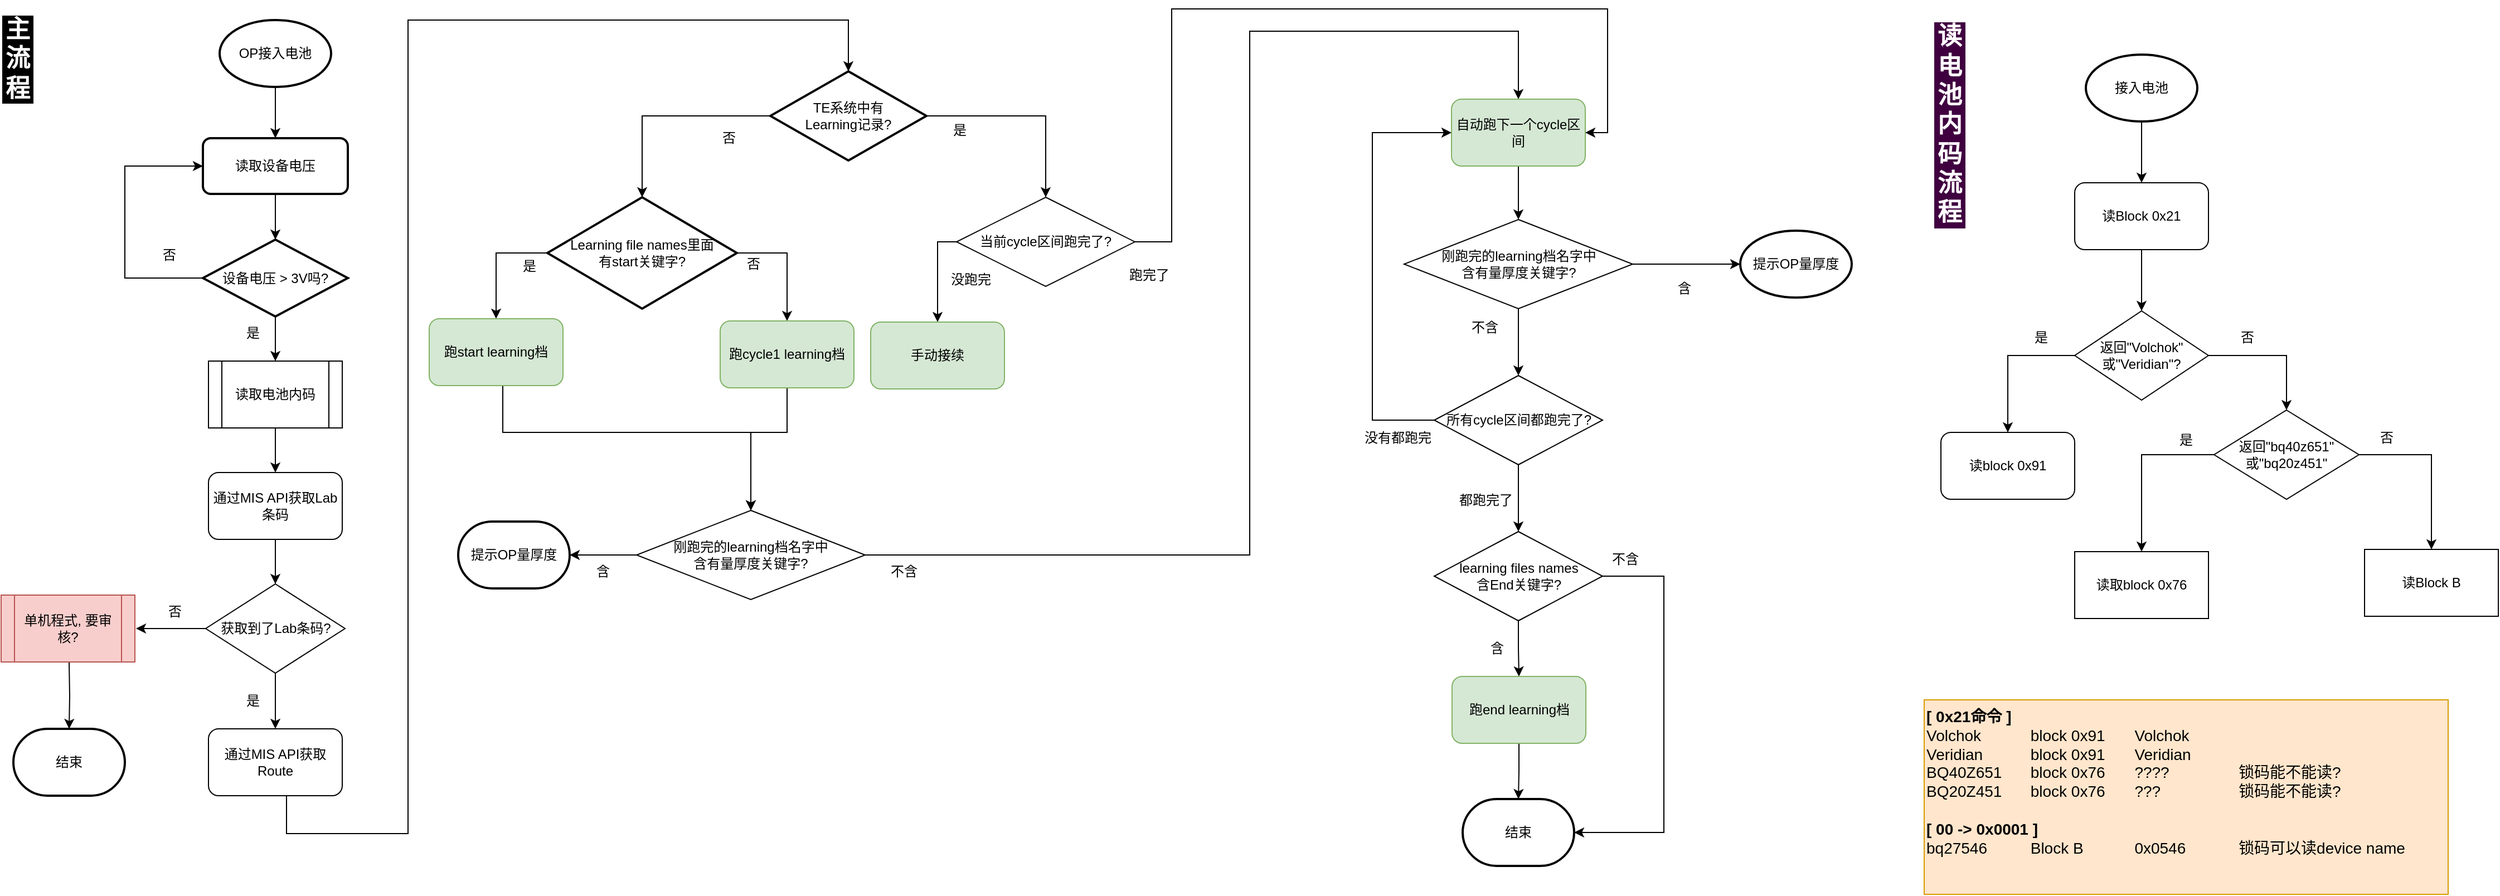
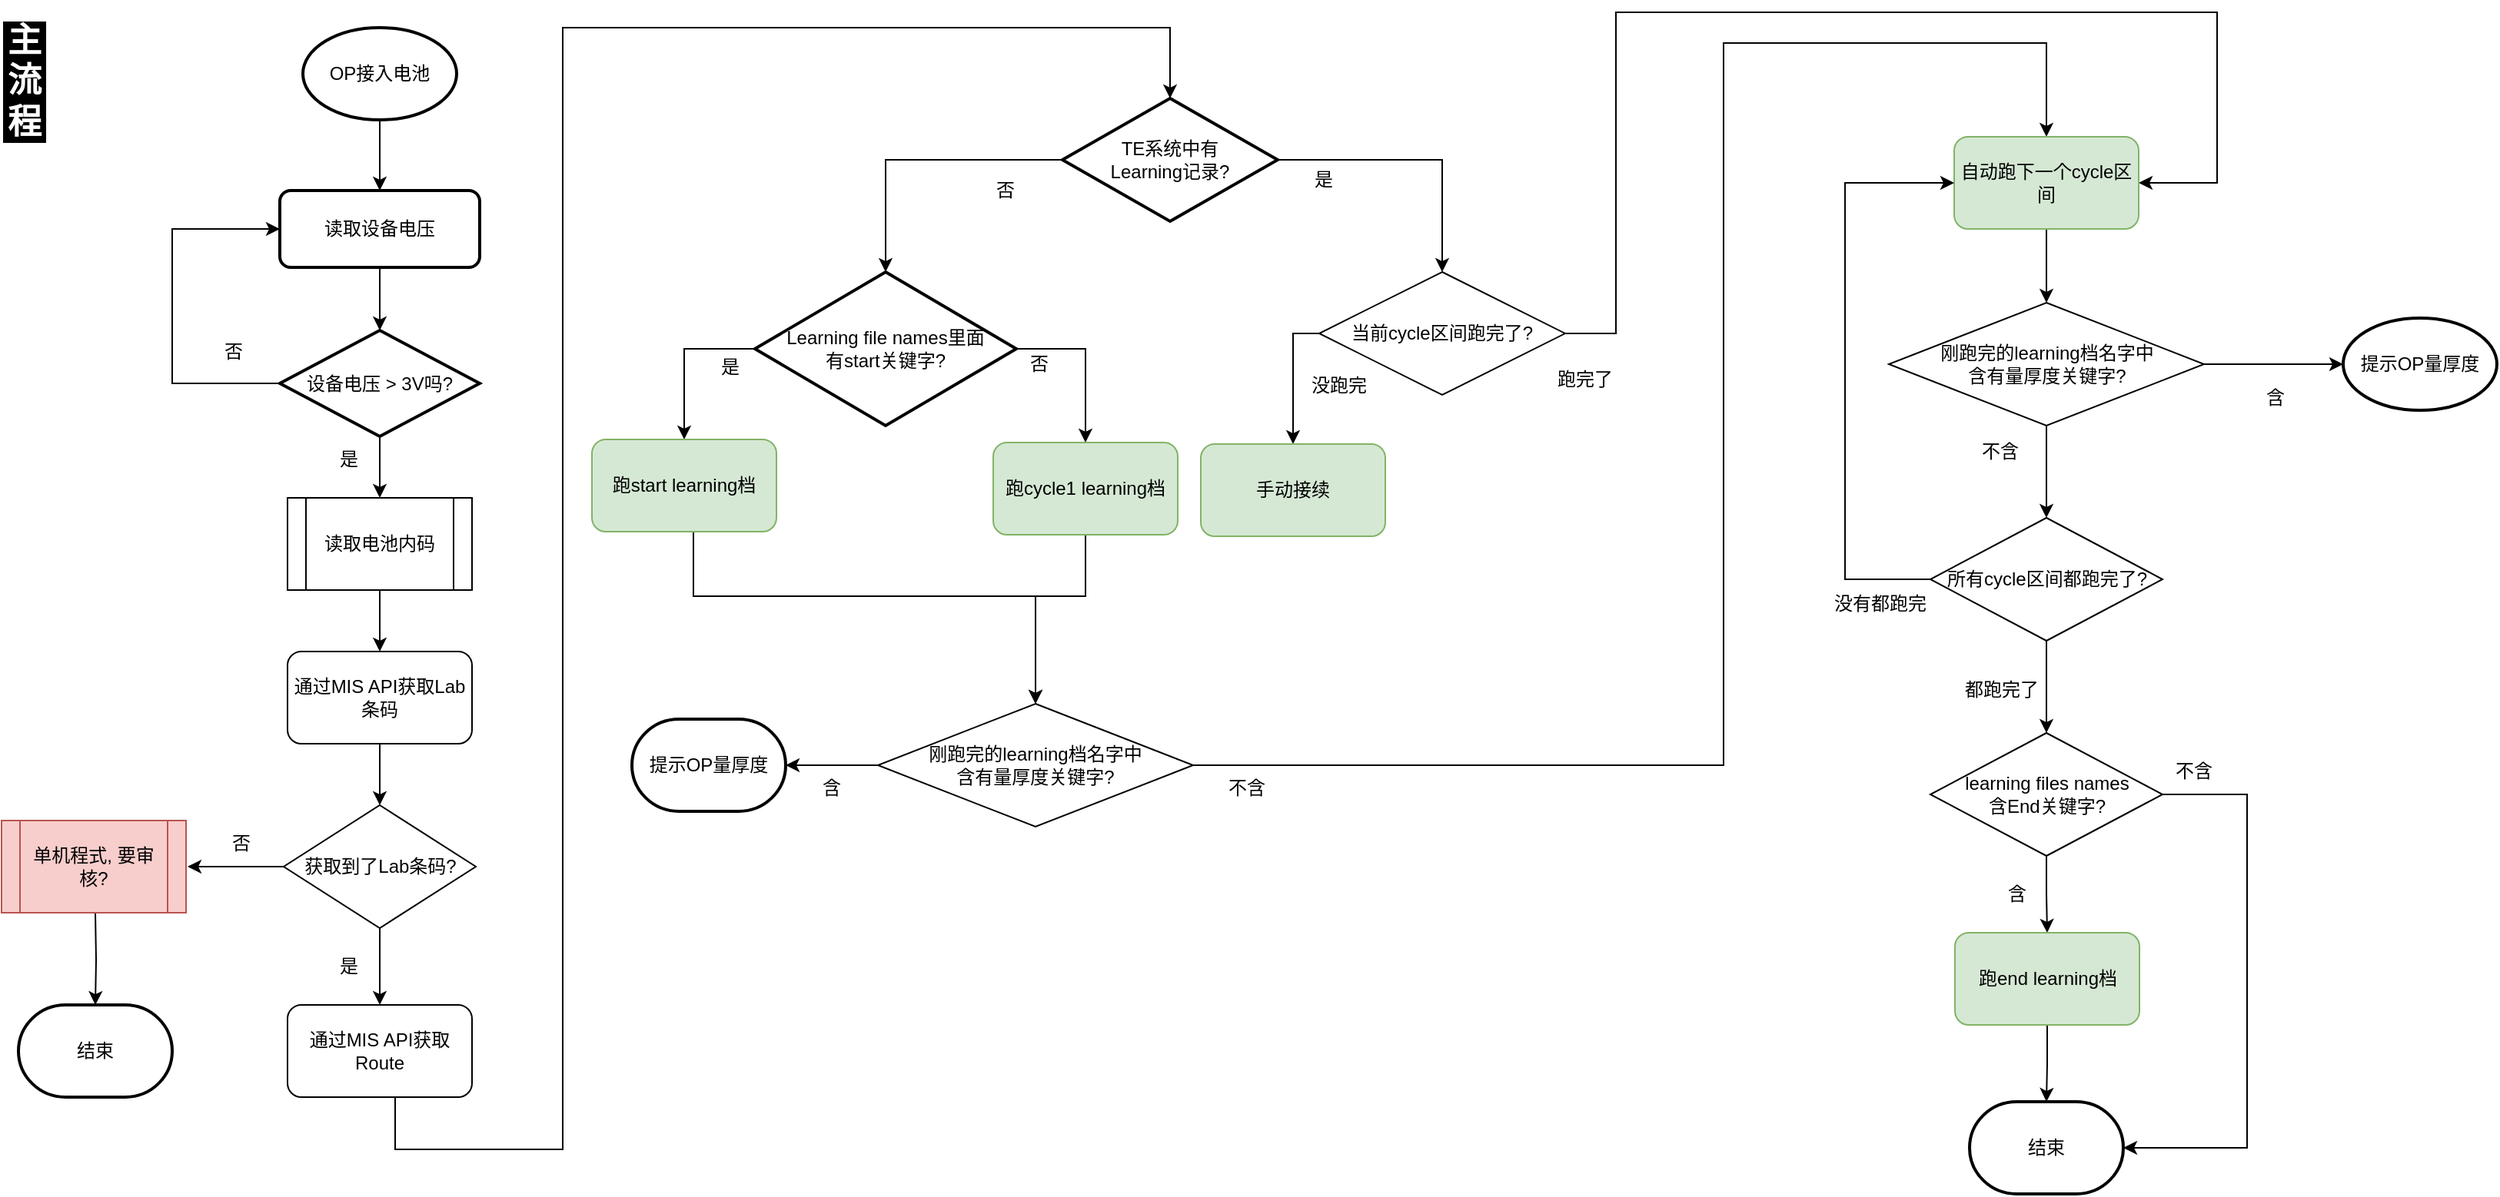
<mxfile host="app.diagrams.net" pages="3">
-   <diagram name="第 1 页" id="3HldnIOuQtLrwHUO-1mN">
-     <mxGraphModel dx="2516" dy="1478" grid="1" gridSize="10" guides="1" tooltips="1" connect="1" arrows="1" fold="1" page="1" pageScale="1" pageWidth="2336" pageHeight="1654" background="#FFFFFF" math="0" shadow="0">
+   <diagram name="主流程" id="3HldnIOuQtLrwHUO-1mN">
+     <mxGraphModel dx="1384" dy="813" grid="1" gridSize="10" guides="1" tooltips="1" connect="1" arrows="1" fold="1" page="1" pageScale="1" pageWidth="1654" pageHeight="1169" background="#FFFFFF" math="0" shadow="0">
      <root>
        <mxCell id="0" />
        <mxCell id="1" parent="0" />
        <mxCell id="qRa3hty1LtdxE0hFs_0w-8" edge="1" parent="1" source="qRa3hty1LtdxE0hFs_0w-4" style="edgeStyle=orthogonalEdgeStyle;rounded=0;orthogonalLoop=1;jettySize=auto;html=1;" target="qRa3hty1LtdxE0hFs_0w-6" value="">
          <mxGeometry relative="1" as="geometry" />
        </mxCell>
        <mxCell id="qRa3hty1LtdxE0hFs_0w-4" parent="1" style="strokeWidth=2;html=1;shape=mxgraph.flowchart.start_1;whiteSpace=wrap;" value="OP接入电池" vertex="1">
          <mxGeometry height="60" width="100" x="216" y="20" as="geometry" />
        </mxCell>
        <mxCell id="qRa3hty1LtdxE0hFs_0w-9" edge="1" parent="1" source="qRa3hty1LtdxE0hFs_0w-6" style="edgeStyle=orthogonalEdgeStyle;rounded=0;orthogonalLoop=1;jettySize=auto;html=1;" target="qRa3hty1LtdxE0hFs_0w-7" value="">
          <mxGeometry relative="1" as="geometry" />
        </mxCell>
        <mxCell id="qRa3hty1LtdxE0hFs_0w-6" parent="1" style="rounded=1;whiteSpace=wrap;html=1;absoluteArcSize=1;arcSize=14;strokeWidth=2;" value="读取设备电压" vertex="1">
          <mxGeometry height="50" width="130" x="201" y="126" as="geometry" />
        </mxCell>
        <mxCell id="qRa3hty1LtdxE0hFs_0w-14" edge="1" parent="1" source="qRa3hty1LtdxE0hFs_0w-7" style="edgeStyle=orthogonalEdgeStyle;rounded=0;orthogonalLoop=1;jettySize=auto;html=1;" target="qRa3hty1LtdxE0hFs_0w-13" value="">
          <mxGeometry relative="1" as="geometry" />
        </mxCell>
        <mxCell id="qRa3hty1LtdxE0hFs_0w-25" edge="1" parent="1" source="qRa3hty1LtdxE0hFs_0w-7" style="edgeStyle=orthogonalEdgeStyle;rounded=0;orthogonalLoop=1;jettySize=auto;html=1;entryX=0;entryY=0.5;entryDx=0;entryDy=0;" target="qRa3hty1LtdxE0hFs_0w-6">
          <mxGeometry relative="1" as="geometry">
            <Array as="points">
              <mxPoint x="131" y="252" />
              <mxPoint x="131" y="151" />
            </Array>
            <mxPoint x="411" y="146" as="targetPoint" />
          </mxGeometry>
        </mxCell>
        <mxCell id="qRa3hty1LtdxE0hFs_0w-7" parent="1" style="strokeWidth=2;html=1;shape=mxgraph.flowchart.decision;whiteSpace=wrap;" value="设备电压 &amp;gt; 3V吗?" vertex="1">
          <mxGeometry height="69" width="130" x="201" y="217" as="geometry" />
        </mxCell>
        <mxCell id="qRa3hty1LtdxE0hFs_0w-11" parent="1" style="text;html=1;whiteSpace=wrap;strokeColor=none;fillColor=none;align=center;verticalAlign=middle;rounded=0;" value="&lt;div&gt;否&lt;/div&gt;" vertex="1">
          <mxGeometry height="30" width="60" x="141" y="216" as="geometry" />
        </mxCell>
        <mxCell id="qRa3hty1LtdxE0hFs_0w-12" parent="1" style="text;html=1;whiteSpace=wrap;strokeColor=none;fillColor=none;align=center;verticalAlign=middle;rounded=0;" value="&lt;div&gt;是&lt;/div&gt;" vertex="1">
          <mxGeometry height="30" width="60" x="216" y="286" as="geometry" />
        </mxCell>
        <mxCell id="qRa3hty1LtdxE0hFs_0w-16" edge="1" parent="1" source="qRa3hty1LtdxE0hFs_0w-13" style="edgeStyle=orthogonalEdgeStyle;rounded=0;orthogonalLoop=1;jettySize=auto;html=1;" target="qRa3hty1LtdxE0hFs_0w-15" value="">
          <mxGeometry relative="1" as="geometry" />
        </mxCell>
        <mxCell id="qRa3hty1LtdxE0hFs_0w-13" parent="1" style="shape=process;whiteSpace=wrap;html=1;backgroundOutline=1;" value="读取电池内码" vertex="1">
          <mxGeometry height="60" width="120" x="206" y="326" as="geometry" />
        </mxCell>
        <mxCell id="qRa3hty1LtdxE0hFs_0w-20" edge="1" parent="1" source="qRa3hty1LtdxE0hFs_0w-15" style="edgeStyle=orthogonalEdgeStyle;rounded=0;orthogonalLoop=1;jettySize=auto;html=1;" target="qRa3hty1LtdxE0hFs_0w-19" value="">
          <mxGeometry relative="1" as="geometry" />
        </mxCell>
        <mxCell id="qRa3hty1LtdxE0hFs_0w-15" parent="1" style="rounded=1;whiteSpace=wrap;html=1;" value="通过MIS API获取Lab条码" vertex="1">
          <mxGeometry height="60" width="120" x="206" y="426" as="geometry" />
        </mxCell>
        <mxCell id="qRa3hty1LtdxE0hFs_0w-31" edge="1" parent="1" style="edgeStyle=orthogonalEdgeStyle;rounded=0;orthogonalLoop=1;jettySize=auto;html=1;entryX=0.5;entryY=0;entryDx=0;entryDy=0;entryPerimeter=0;strokeWidth=1;" target="qRa3hty1LtdxE0hFs_0w-30" value="">
          <mxGeometry relative="1" as="geometry">
            <Array as="points">
              <mxPoint x="276" y="750" />
              <mxPoint x="385" y="750" />
              <mxPoint x="385" y="20" />
              <mxPoint x="780" y="20" />
              <mxPoint x="780" y="59" />
            </Array>
            <mxPoint x="276" y="716" as="sourcePoint" />
            <mxPoint x="793" y="59" as="targetPoint" />
          </mxGeometry>
        </mxCell>
        <mxCell id="qRa3hty1LtdxE0hFs_0w-17" parent="1" style="rounded=1;whiteSpace=wrap;html=1;" value="通过MIS API获取Route" vertex="1">
          <mxGeometry height="60" width="120" x="206" y="656" as="geometry" />
        </mxCell>
        <mxCell id="qRa3hty1LtdxE0hFs_0w-21" edge="1" parent="1" source="qRa3hty1LtdxE0hFs_0w-19" style="edgeStyle=orthogonalEdgeStyle;rounded=0;orthogonalLoop=1;jettySize=auto;html=1;" target="qRa3hty1LtdxE0hFs_0w-17" value="">
          <mxGeometry relative="1" as="geometry" />
        </mxCell>
        <mxCell id="qRa3hty1LtdxE0hFs_0w-27" edge="1" parent="1" source="qRa3hty1LtdxE0hFs_0w-19" style="edgeStyle=orthogonalEdgeStyle;rounded=0;orthogonalLoop=1;jettySize=auto;html=1;" value="">
          <mxGeometry relative="1" as="geometry">
            <mxPoint x="141" y="566" as="targetPoint" />
          </mxGeometry>
        </mxCell>
        <mxCell id="qRa3hty1LtdxE0hFs_0w-19" parent="1" style="rhombus;whiteSpace=wrap;html=1;" value="获取到了Lab条码?" vertex="1">
          <mxGeometry height="80" width="125" x="203.5" y="526" as="geometry" />
        </mxCell>
        <mxCell id="qRa3hty1LtdxE0hFs_0w-22" parent="1" style="text;html=1;whiteSpace=wrap;strokeColor=none;fillColor=none;align=center;verticalAlign=middle;rounded=0;" value="是" vertex="1">
          <mxGeometry height="30" width="60" x="216" y="616" as="geometry" />
        </mxCell>
        <mxCell id="qRa3hty1LtdxE0hFs_0w-29" edge="1" parent="1" style="edgeStyle=orthogonalEdgeStyle;rounded=0;orthogonalLoop=1;jettySize=auto;html=1;" target="qRa3hty1LtdxE0hFs_0w-28" value="">
          <mxGeometry relative="1" as="geometry">
            <mxPoint x="81" y="596" as="sourcePoint" />
          </mxGeometry>
        </mxCell>
        <mxCell id="qRa3hty1LtdxE0hFs_0w-26" parent="1" style="shape=process;whiteSpace=wrap;html=1;backgroundOutline=1;fillColor=#f8cecc;strokeColor=#b85450;" value="单机程式, 要审核?" vertex="1">
          <mxGeometry height="60" width="120" x="20" y="536" as="geometry" />
        </mxCell>
        <mxCell id="qRa3hty1LtdxE0hFs_0w-28" parent="1" style="strokeWidth=2;html=1;shape=mxgraph.flowchart.terminator;whiteSpace=wrap;" value="结束" vertex="1">
          <mxGeometry height="60" width="100" x="31" y="656" as="geometry" />
        </mxCell>
        <mxCell id="qRa3hty1LtdxE0hFs_0w-34" edge="1" parent="1" source="qRa3hty1LtdxE0hFs_0w-30" style="edgeStyle=orthogonalEdgeStyle;rounded=0;orthogonalLoop=1;jettySize=auto;html=1;exitX=0;exitY=0.5;exitDx=0;exitDy=0;exitPerimeter=0;" target="qRa3hty1LtdxE0hFs_0w-33" value="">
          <mxGeometry relative="1" as="geometry">
            <mxPoint x="595" y="129" as="sourcePoint" />
          </mxGeometry>
        </mxCell>
        <mxCell id="qRa3hty1LtdxE0hFs_0w-38" edge="1" parent="1" source="qRa3hty1LtdxE0hFs_0w-30" style="edgeStyle=orthogonalEdgeStyle;rounded=0;orthogonalLoop=1;jettySize=auto;html=1;" target="qRa3hty1LtdxE0hFs_0w-37" value="">
          <mxGeometry relative="1" as="geometry" />
        </mxCell>
        <mxCell id="qRa3hty1LtdxE0hFs_0w-30" parent="1" style="strokeWidth=2;html=1;shape=mxgraph.flowchart.decision;whiteSpace=wrap;" value="&lt;div&gt;TE系统中有&lt;/div&gt;&lt;div&gt;Learning记录?&lt;/div&gt;" vertex="1">
          <mxGeometry height="80" width="140" x="710" y="66" as="geometry" />
        </mxCell>
        <mxCell id="qRa3hty1LtdxE0hFs_0w-67" edge="1" parent="1" source="qRa3hty1LtdxE0hFs_0w-33" style="edgeStyle=orthogonalEdgeStyle;rounded=0;orthogonalLoop=1;jettySize=auto;html=1;entryX=0.5;entryY=0;entryDx=0;entryDy=0;exitX=1;exitY=0.5;exitDx=0;exitDy=0;exitPerimeter=0;" target="qRa3hty1LtdxE0hFs_0w-66">
          <mxGeometry relative="1" as="geometry" />
        </mxCell>
        <mxCell id="PsBZDfwHha2lWDHOalyY-45" edge="1" parent="1" source="qRa3hty1LtdxE0hFs_0w-33" style="edgeStyle=orthogonalEdgeStyle;rounded=0;orthogonalLoop=1;jettySize=auto;html=1;entryX=0.5;entryY=0;entryDx=0;entryDy=0;" target="qRa3hty1LtdxE0hFs_0w-44">
          <mxGeometry relative="1" as="geometry">
            <Array as="points">
              <mxPoint x="464" y="229" />
            </Array>
          </mxGeometry>
        </mxCell>
        <mxCell id="qRa3hty1LtdxE0hFs_0w-33" parent="1" style="strokeWidth=2;html=1;shape=mxgraph.flowchart.decision;whiteSpace=wrap;" value="&lt;div&gt;Learning file names里面&lt;/div&gt;&lt;div&gt;有start关键字?&lt;/div&gt;" vertex="1">
          <mxGeometry height="100" width="170" x="510" y="179" as="geometry" />
        </mxCell>
        <mxCell id="qRa3hty1LtdxE0hFs_0w-35" parent="1" style="text;html=1;whiteSpace=wrap;strokeColor=none;fillColor=none;align=center;verticalAlign=middle;rounded=0;" value="否" vertex="1">
          <mxGeometry height="30" width="60" x="642.5" y="111" as="geometry" />
        </mxCell>
        <mxCell id="qRa3hty1LtdxE0hFs_0w-36" parent="1" style="text;html=1;whiteSpace=wrap;strokeColor=none;fillColor=none;align=center;verticalAlign=middle;rounded=0;" value="是" vertex="1">
          <mxGeometry height="30" width="60" x="850" y="104" as="geometry" />
        </mxCell>
        <mxCell id="qRa3hty1LtdxE0hFs_0w-40" edge="1" parent="1" source="qRa3hty1LtdxE0hFs_0w-37" style="edgeStyle=orthogonalEdgeStyle;rounded=0;orthogonalLoop=1;jettySize=auto;html=1;" target="qRa3hty1LtdxE0hFs_0w-39" value="">
          <mxGeometry relative="1" as="geometry">
            <Array as="points">
              <mxPoint x="860" y="219" />
            </Array>
          </mxGeometry>
        </mxCell>
        <mxCell id="PsBZDfwHha2lWDHOalyY-44" edge="1" parent="1" source="qRa3hty1LtdxE0hFs_0w-37" style="edgeStyle=orthogonalEdgeStyle;rounded=0;orthogonalLoop=1;jettySize=auto;html=1;entryX=1;entryY=0.5;entryDx=0;entryDy=0;" target="qRa3hty1LtdxE0hFs_0w-55">
          <mxGeometry relative="1" as="geometry">
            <Array as="points">
              <mxPoint x="1070" y="219" />
              <mxPoint x="1070" y="10" />
              <mxPoint x="1461" y="10" />
              <mxPoint x="1461" y="121" />
            </Array>
          </mxGeometry>
        </mxCell>
        <mxCell id="qRa3hty1LtdxE0hFs_0w-37" parent="1" style="rhombus;whiteSpace=wrap;html=1;" value="当前cycle区间跑完了?" vertex="1">
          <mxGeometry height="80" width="160" x="877" y="179" as="geometry" />
        </mxCell>
        <mxCell id="qRa3hty1LtdxE0hFs_0w-39" parent="1" style="rounded=1;whiteSpace=wrap;html=1;fillColor=#d5e8d4;strokeColor=#82b366;" value="手动接续" vertex="1">
          <mxGeometry height="60" width="120" x="800" y="291" as="geometry" />
        </mxCell>
        <mxCell id="qRa3hty1LtdxE0hFs_0w-41" parent="1" style="text;html=1;whiteSpace=wrap;strokeColor=none;fillColor=none;align=center;verticalAlign=middle;rounded=0;" value="没跑完" vertex="1">
          <mxGeometry height="30" width="60" x="860" y="238" as="geometry" />
        </mxCell>
        <mxCell id="qRa3hty1LtdxE0hFs_0w-71" edge="1" parent="1" source="qRa3hty1LtdxE0hFs_0w-44" style="edgeStyle=orthogonalEdgeStyle;rounded=0;orthogonalLoop=1;jettySize=auto;html=1;entryX=0.5;entryY=0;entryDx=0;entryDy=0;exitX=0.5;exitY=1;exitDx=0;exitDy=0;" target="qRa3hty1LtdxE0hFs_0w-49">
          <mxGeometry relative="1" as="geometry">
            <Array as="points">
              <mxPoint x="470" y="390" />
              <mxPoint x="692" y="390" />
            </Array>
          </mxGeometry>
        </mxCell>
        <mxCell id="qRa3hty1LtdxE0hFs_0w-44" parent="1" style="rounded=1;whiteSpace=wrap;html=1;fillColor=#d5e8d4;strokeColor=#82b366;" value="跑start learning档" vertex="1">
          <mxGeometry height="60" width="120" x="404" y="288" as="geometry" />
        </mxCell>
        <mxCell id="qRa3hty1LtdxE0hFs_0w-46" parent="1" style="text;html=1;whiteSpace=wrap;strokeColor=none;fillColor=none;align=center;verticalAlign=middle;rounded=0;" value="是" vertex="1">
          <mxGeometry height="30" width="60" x="464" y="226" as="geometry" />
        </mxCell>
        <mxCell id="qRa3hty1LtdxE0hFs_0w-129" edge="1" parent="1" source="qRa3hty1LtdxE0hFs_0w-49" style="edgeStyle=orthogonalEdgeStyle;rounded=0;orthogonalLoop=1;jettySize=auto;html=1;entryX=0.5;entryY=0;entryDx=0;entryDy=0;strokeWidth=1;exitX=1;exitY=0.5;exitDx=0;exitDy=0;" target="qRa3hty1LtdxE0hFs_0w-55">
          <mxGeometry relative="1" as="geometry">
            <Array as="points">
              <mxPoint x="1140" y="500" />
              <mxPoint x="1140" y="30" />
-               <mxPoint x="1381" y="30" />
+               <mxPoint x="1350" y="30" />
            </Array>
            <mxPoint x="800" y="500" as="sourcePoint" />
          </mxGeometry>
        </mxCell>
        <mxCell id="PsBZDfwHha2lWDHOalyY-38" edge="1" parent="1" source="qRa3hty1LtdxE0hFs_0w-49" style="edgeStyle=orthogonalEdgeStyle;rounded=0;orthogonalLoop=1;jettySize=auto;html=1;" target="PsBZDfwHha2lWDHOalyY-37" value="">
          <mxGeometry relative="1" as="geometry" />
        </mxCell>
        <mxCell id="qRa3hty1LtdxE0hFs_0w-49" parent="1" style="rhombus;whiteSpace=wrap;html=1;" value="&lt;div&gt;刚跑完的learning档名字中&lt;/div&gt;&lt;div&gt;含有量厚度关键字?&lt;/div&gt;" vertex="1">
          <mxGeometry height="80" width="205" x="590" y="460" as="geometry" />
        </mxCell>
        <mxCell id="qRa3hty1LtdxE0hFs_0w-53" parent="1" style="text;html=1;whiteSpace=wrap;strokeColor=none;fillColor=none;align=center;verticalAlign=middle;rounded=0;" value="&lt;div&gt;含&lt;/div&gt;" vertex="1">
          <mxGeometry height="30" width="60" x="530" y="500" as="geometry" />
        </mxCell>
        <mxCell id="qRa3hty1LtdxE0hFs_0w-130" edge="1" parent="1" source="qRa3hty1LtdxE0hFs_0w-55" style="edgeStyle=orthogonalEdgeStyle;rounded=0;orthogonalLoop=1;jettySize=auto;html=1;" target="qRa3hty1LtdxE0hFs_0w-88" value="">
          <mxGeometry relative="1" as="geometry" />
        </mxCell>
        <mxCell id="qRa3hty1LtdxE0hFs_0w-55" parent="1" style="rounded=1;whiteSpace=wrap;html=1;fillColor=#d5e8d4;strokeColor=#82b366;" value="自动跑下一个cycle区间" vertex="1">
-           <mxGeometry height="60" width="120" x="1321" y="91" as="geometry" />
+           <mxGeometry height="60" width="120" x="1290" y="91" as="geometry" />
        </mxCell>
        <mxCell id="qRa3hty1LtdxE0hFs_0w-57" parent="1" style="text;html=1;whiteSpace=wrap;strokeColor=none;fillColor=none;align=center;verticalAlign=middle;rounded=0;" value="否" vertex="1">
          <mxGeometry height="30" width="60" x="146" y="536" as="geometry" />
        </mxCell>
        <mxCell id="qRa3hty1LtdxE0hFs_0w-58" parent="1" style="text;html=1;whiteSpace=wrap;strokeColor=none;fillColor=none;align=center;verticalAlign=middle;rounded=0;" value="跑完了" vertex="1">
          <mxGeometry height="30" width="60" x="1020" y="233.5" as="geometry" />
        </mxCell>
        <mxCell id="qRa3hty1LtdxE0hFs_0w-73" edge="1" parent="1" source="qRa3hty1LtdxE0hFs_0w-66" style="edgeStyle=orthogonalEdgeStyle;rounded=0;orthogonalLoop=1;jettySize=auto;html=1;entryX=0.5;entryY=0;entryDx=0;entryDy=0;exitX=0.5;exitY=1;exitDx=0;exitDy=0;" target="qRa3hty1LtdxE0hFs_0w-49">
          <mxGeometry relative="1" as="geometry">
            <Array as="points">
              <mxPoint x="725" y="390" />
              <mxPoint x="692" y="390" />
            </Array>
          </mxGeometry>
        </mxCell>
        <mxCell id="qRa3hty1LtdxE0hFs_0w-66" parent="1" style="rounded=1;whiteSpace=wrap;html=1;fillColor=#d5e8d4;strokeColor=#82b366;" value="跑cycle1 learning档" vertex="1">
          <mxGeometry height="60" width="120" x="665" y="290" as="geometry" />
        </mxCell>
        <mxCell id="qRa3hty1LtdxE0hFs_0w-68" parent="1" style="text;html=1;whiteSpace=wrap;strokeColor=none;fillColor=none;align=center;verticalAlign=middle;rounded=0;" value="否" vertex="1">
          <mxGeometry height="30" width="60" x="665" y="224" as="geometry" />
        </mxCell>
        <mxCell id="qRa3hty1LtdxE0hFs_0w-75" parent="1" style="text;html=1;whiteSpace=wrap;strokeColor=none;fillColor=none;align=center;verticalAlign=middle;rounded=0;" value="不含" vertex="1">
          <mxGeometry height="30" width="60" x="800" y="500" as="geometry" />
        </mxCell>
        <mxCell id="qRa3hty1LtdxE0hFs_0w-134" edge="1" parent="1" source="qRa3hty1LtdxE0hFs_0w-88" style="edgeStyle=orthogonalEdgeStyle;rounded=0;orthogonalLoop=1;jettySize=auto;html=1;" target="qRa3hty1LtdxE0hFs_0w-107" value="">
          <mxGeometry relative="1" as="geometry" />
        </mxCell>
        <mxCell id="PsBZDfwHha2lWDHOalyY-47" edge="1" parent="1" source="qRa3hty1LtdxE0hFs_0w-88" style="edgeStyle=orthogonalEdgeStyle;rounded=0;orthogonalLoop=1;jettySize=auto;html=1;" target="qRa3hty1LtdxE0hFs_0w-103" value="">
          <mxGeometry relative="1" as="geometry" />
        </mxCell>
        <mxCell id="qRa3hty1LtdxE0hFs_0w-88" parent="1" style="rhombus;whiteSpace=wrap;html=1;" value="&lt;div&gt;刚跑完的learning档名字中&lt;/div&gt;&lt;div&gt;含有量厚度关键字?&lt;/div&gt;" vertex="1">
-           <mxGeometry height="80" width="205" x="1278.5" y="199" as="geometry" />
+           <mxGeometry height="80" width="205" x="1247.5" y="199" as="geometry" />
        </mxCell>
        <mxCell id="qRa3hty1LtdxE0hFs_0w-93" parent="1" style="text;html=1;whiteSpace=wrap;strokeColor=none;fillColor=none;align=center;verticalAlign=middle;rounded=0;" value="含" vertex="1">
-           <mxGeometry height="30" width="60" x="1500" y="246" as="geometry" />
+           <mxGeometry height="30" width="60" x="1469" y="246" as="geometry" />
        </mxCell>
        <mxCell id="qRa3hty1LtdxE0hFs_0w-95" parent="1" style="text;html=1;whiteSpace=wrap;strokeColor=none;fillColor=none;align=center;verticalAlign=middle;rounded=0;" value="不含" vertex="1">
-           <mxGeometry height="30" width="60" x="1321" y="281" as="geometry" />
+           <mxGeometry height="30" width="60" x="1290" y="281" as="geometry" />
        </mxCell>
        <mxCell id="qRa3hty1LtdxE0hFs_0w-103" parent="1" style="strokeWidth=2;html=1;shape=mxgraph.flowchart.start_1;whiteSpace=wrap;" value="&lt;div&gt;提示OP量厚度&lt;/div&gt;" vertex="1">
-           <mxGeometry height="60" width="100" x="1580" y="209" as="geometry" />
+           <mxGeometry height="60" width="100" x="1543" y="209" as="geometry" />
        </mxCell>
        <mxCell id="qRa3hty1LtdxE0hFs_0w-118" edge="1" parent="1" source="qRa3hty1LtdxE0hFs_0w-107" style="edgeStyle=orthogonalEdgeStyle;rounded=0;orthogonalLoop=1;jettySize=auto;html=1;" target="qRa3hty1LtdxE0hFs_0w-117" value="">
          <mxGeometry relative="1" as="geometry" />
        </mxCell>
        <mxCell id="PsBZDfwHha2lWDHOalyY-42" edge="1" parent="1" source="qRa3hty1LtdxE0hFs_0w-107" style="edgeStyle=orthogonalEdgeStyle;rounded=0;orthogonalLoop=1;jettySize=auto;html=1;entryX=0;entryY=0.5;entryDx=0;entryDy=0;" target="qRa3hty1LtdxE0hFs_0w-55">
          <mxGeometry relative="1" as="geometry">
            <Array as="points">
-               <mxPoint x="1250" y="379" />
-               <mxPoint x="1250" y="121" />
+               <mxPoint x="1219" y="379" />
+               <mxPoint x="1219" y="121" />
            </Array>
          </mxGeometry>
        </mxCell>
        <mxCell id="qRa3hty1LtdxE0hFs_0w-107" parent="1" style="rhombus;whiteSpace=wrap;html=1;" value="所有cycle区间都跑完了?" vertex="1">
-           <mxGeometry height="80" width="151" x="1305.5" y="339" as="geometry" />
+           <mxGeometry height="80" width="151" x="1274.5" y="339" as="geometry" />
        </mxCell>
        <mxCell id="qRa3hty1LtdxE0hFs_0w-111" parent="1" style="text;html=1;whiteSpace=wrap;strokeColor=none;fillColor=none;align=center;verticalAlign=middle;rounded=0;" value="没有都跑完" vertex="1">
-           <mxGeometry height="30" width="65.5" x="1240" y="380" as="geometry" />
+           <mxGeometry height="30" width="65.5" x="1209" y="380" as="geometry" />
        </mxCell>
        <mxCell id="qRa3hty1LtdxE0hFs_0w-112" parent="1" style="strokeWidth=2;html=1;shape=mxgraph.flowchart.terminator;whiteSpace=wrap;" value="结束" vertex="1">
-           <mxGeometry height="60" width="100" x="1331" y="719" as="geometry" />
+           <mxGeometry height="60" width="100" x="1300" y="719" as="geometry" />
        </mxCell>
        <mxCell id="qRa3hty1LtdxE0hFs_0w-114" parent="1" style="text;html=1;whiteSpace=wrap;strokeColor=none;fillColor=none;align=center;verticalAlign=middle;rounded=0;" value="都跑完了" vertex="1">
-           <mxGeometry height="30" width="60" x="1322" y="436" as="geometry" />
+           <mxGeometry height="30" width="60" x="1291" y="436" as="geometry" />
        </mxCell>
        <mxCell id="qRa3hty1LtdxE0hFs_0w-122" edge="1" parent="1" source="qRa3hty1LtdxE0hFs_0w-117" style="edgeStyle=orthogonalEdgeStyle;rounded=0;orthogonalLoop=1;jettySize=auto;html=1;" target="qRa3hty1LtdxE0hFs_0w-120" value="">
          <mxGeometry relative="1" as="geometry" />
        </mxCell>
        <mxCell id="qRa3hty1LtdxE0hFs_0w-117" parent="1" style="rhombus;whiteSpace=wrap;html=1;" value="&lt;div&gt;learning files names&lt;/div&gt;&lt;div&gt;含End关键字?&lt;/div&gt;" vertex="1">
-           <mxGeometry height="80" width="151" x="1305.5" y="479" as="geometry" />
+           <mxGeometry height="80" width="151" x="1274.5" y="479" as="geometry" />
        </mxCell>
        <mxCell id="qRa3hty1LtdxE0hFs_0w-121" edge="1" parent="1" source="qRa3hty1LtdxE0hFs_0w-120" style="edgeStyle=orthogonalEdgeStyle;rounded=0;orthogonalLoop=1;jettySize=auto;html=1;" target="qRa3hty1LtdxE0hFs_0w-112" value="">
          <mxGeometry relative="1" as="geometry" />
        </mxCell>
        <mxCell id="qRa3hty1LtdxE0hFs_0w-120" parent="1" style="rounded=1;whiteSpace=wrap;html=1;fillColor=#d5e8d4;strokeColor=#82b366;" value="跑end learning档" vertex="1">
-           <mxGeometry height="60" width="120" x="1321.5" y="609" as="geometry" />
+           <mxGeometry height="60" width="120" x="1290.5" y="609" as="geometry" />
        </mxCell>
        <mxCell id="qRa3hty1LtdxE0hFs_0w-123" parent="1" style="text;html=1;whiteSpace=wrap;strokeColor=none;fillColor=none;align=center;verticalAlign=middle;rounded=0;" value="含" vertex="1">
-           <mxGeometry height="30" width="60" x="1331.5" y="569" as="geometry" />
+           <mxGeometry height="30" width="60" x="1300.5" y="569" as="geometry" />
        </mxCell>
        <mxCell id="qRa3hty1LtdxE0hFs_0w-124" edge="1" parent="1" source="qRa3hty1LtdxE0hFs_0w-117" style="edgeStyle=orthogonalEdgeStyle;rounded=0;orthogonalLoop=1;jettySize=auto;html=1;entryX=1;entryY=0.5;entryDx=0;entryDy=0;entryPerimeter=0;" target="qRa3hty1LtdxE0hFs_0w-112">
          <mxGeometry relative="1" as="geometry">
            <Array as="points">
-               <mxPoint x="1511.5" y="519" />
-               <mxPoint x="1511.5" y="749" />
+               <mxPoint x="1480.5" y="519" />
+               <mxPoint x="1480.5" y="749" />
            </Array>
          </mxGeometry>
        </mxCell>
        <mxCell id="qRa3hty1LtdxE0hFs_0w-125" parent="1" style="text;html=1;whiteSpace=wrap;strokeColor=none;fillColor=none;align=center;verticalAlign=middle;rounded=0;" value="不含" vertex="1">
-           <mxGeometry height="30" width="60" x="1446.5" y="489" as="geometry" />
-         </mxCell>
-         <mxCell id="PsBZDfwHha2lWDHOalyY-6" edge="1" parent="1" source="qRa3hty1LtdxE0hFs_0w-136" style="edgeStyle=orthogonalEdgeStyle;rounded=0;orthogonalLoop=1;jettySize=auto;html=1;" target="PsBZDfwHha2lWDHOalyY-3" value="">
-           <mxGeometry relative="1" as="geometry" />
-         </mxCell>
-         <mxCell id="qRa3hty1LtdxE0hFs_0w-136" parent="1" style="strokeWidth=2;html=1;shape=mxgraph.flowchart.start_1;whiteSpace=wrap;" value="接入电池" vertex="1">
-           <mxGeometry height="60" width="100" x="1890" y="51" as="geometry" />
-         </mxCell>
-         <mxCell id="PsBZDfwHha2lWDHOalyY-1" parent="1" style="text;html=1;whiteSpace=wrap;strokeColor=none;fillColor=none;align=center;verticalAlign=middle;rounded=0;fontStyle=1;strokeWidth=3;labelBackgroundColor=light-dark(#400040, #ededed);fontColor=light-dark(#ffffff, #ededed);fontSize=22;" value="读电池内码流程" vertex="1">
-           <mxGeometry height="30" width="30" x="1753" y="99" as="geometry" />
-         </mxCell>
-         <mxCell id="PsBZDfwHha2lWDHOalyY-2" parent="1" style="text;html=1;whiteSpace=wrap;strokeColor=#d79b00;fillColor=#ffe6cc;align=left;verticalAlign=top;rounded=0;fontSize=14;labelBackgroundColor=none;" value="&lt;div&gt;&lt;b&gt;[ 0x21命令 ]&lt;/b&gt;&lt;/div&gt;&lt;div&gt;Volchok&lt;span style=&quot;white-space: pre;&quot;&gt;&#x9;&lt;/span&gt;&lt;span style=&quot;white-space: pre;&quot;&gt;&#x9;&lt;/span&gt;block 0x91&lt;span style=&quot;white-space: pre;&quot;&gt;&#x9;&lt;/span&gt;Volchok&lt;/div&gt;&lt;div&gt;Veridian&lt;span style=&quot;white-space: pre;&quot;&gt;&lt;span style=&quot;white-space: pre;&quot;&gt;&#x9;&lt;/span&gt;&lt;span style=&quot;white-space: pre;&quot;&gt;&#x9;&lt;/span&gt;block 0x91&#x9;Veridian&lt;/span&gt;&lt;/div&gt;&lt;div&gt;BQ40Z651&lt;span style=&quot;white-space: pre;&quot;&gt;&#x9;block 0x76&lt;/span&gt;&lt;span style=&quot;white-space: pre;&quot;&gt;&#x9;????&lt;span style=&quot;white-space: pre;&quot;&gt;&#x9;&lt;/span&gt;&lt;span style=&quot;white-space: pre;&quot;&gt;&#x9;&lt;/span&gt;锁码能不能读?&lt;/span&gt;&lt;/div&gt;&lt;div&gt;&lt;span style=&quot;white-space: pre;&quot;&gt;BQ20Z451&lt;span style=&quot;white-space: pre;&quot;&gt;&#x9;&lt;/span&gt;block 0x76&lt;span style=&quot;white-space: pre;&quot;&gt;&#x9;???&lt;span style=&quot;white-space: pre;&quot;&gt;&#x9;&lt;/span&gt;&lt;span style=&quot;white-space: pre;&quot;&gt;&#x9;&lt;/span&gt;&lt;span style=&quot;white-space: pre;&quot;&gt;&#x9;&lt;/span&gt;锁码能不能读?&lt;/span&gt;&lt;/span&gt;&lt;/div&gt;&lt;div&gt;&lt;br&gt;&lt;/div&gt;&lt;div&gt;&lt;b&gt;[ 00 -&amp;gt; 0x0001 ]&lt;/b&gt;&lt;/div&gt;&lt;div&gt;bq27546&lt;span style=&quot;white-space: pre;&quot;&gt;&#x9;&lt;/span&gt;&lt;span style=&quot;white-space: pre;&quot;&gt;&#x9;Block B&lt;span style=&quot;white-space: pre;&quot;&gt;&#x9;&lt;/span&gt;&lt;span style=&quot;white-space: pre;&quot;&gt;&#x9;&lt;/span&gt;0x0546&lt;span style=&quot;white-space: pre;&quot;&gt;&#x9;&lt;/span&gt;&lt;span style=&quot;white-space: pre;&quot;&gt;&#x9;&lt;/span&gt;锁码可以读device name&lt;/span&gt;&lt;/div&gt;&lt;div&gt;&lt;br&gt;&lt;/div&gt;" vertex="1">
-           <mxGeometry height="174.5" width="470" x="1745" y="630" as="geometry" />
-         </mxCell>
-         <mxCell id="PsBZDfwHha2lWDHOalyY-7" edge="1" parent="1" source="PsBZDfwHha2lWDHOalyY-3" style="edgeStyle=orthogonalEdgeStyle;rounded=0;orthogonalLoop=1;jettySize=auto;html=1;" target="PsBZDfwHha2lWDHOalyY-5" value="">
-           <mxGeometry relative="1" as="geometry" />
-         </mxCell>
-         <mxCell id="PsBZDfwHha2lWDHOalyY-3" parent="1" style="rounded=1;whiteSpace=wrap;html=1;" value="读Block 0x21" vertex="1">
-           <mxGeometry height="60" width="120" x="1880" y="166" as="geometry" />
-         </mxCell>
-         <mxCell id="PsBZDfwHha2lWDHOalyY-27" edge="1" parent="1" source="PsBZDfwHha2lWDHOalyY-5" style="edgeStyle=orthogonalEdgeStyle;rounded=0;orthogonalLoop=1;jettySize=auto;html=1;" target="PsBZDfwHha2lWDHOalyY-26" value="">
-           <mxGeometry relative="1" as="geometry" />
-         </mxCell>
-         <mxCell id="PsBZDfwHha2lWDHOalyY-35" edge="1" parent="1" source="PsBZDfwHha2lWDHOalyY-5" style="edgeStyle=orthogonalEdgeStyle;rounded=0;orthogonalLoop=1;jettySize=auto;html=1;entryX=0.5;entryY=0;entryDx=0;entryDy=0;" target="PsBZDfwHha2lWDHOalyY-12">
-           <mxGeometry relative="1" as="geometry">
-             <Array as="points">
-               <mxPoint x="1820" y="321" />
-             </Array>
-           </mxGeometry>
-         </mxCell>
-         <mxCell id="PsBZDfwHha2lWDHOalyY-5" parent="1" style="rhombus;whiteSpace=wrap;html=1;" value="&lt;div&gt;返回&quot;Volchok&quot;&lt;/div&gt;&lt;div&gt;或&quot;Veridian&quot;?&lt;/div&gt;" vertex="1">
-           <mxGeometry height="80" width="120" x="1880" y="281" as="geometry" />
-         </mxCell>
-         <mxCell id="PsBZDfwHha2lWDHOalyY-12" parent="1" style="rounded=1;whiteSpace=wrap;html=1;" value="读block 0x91" vertex="1">
-           <mxGeometry height="60" width="120" x="1760" y="390" as="geometry" />
-         </mxCell>
-         <mxCell id="PsBZDfwHha2lWDHOalyY-14" parent="1" style="text;html=1;whiteSpace=wrap;strokeColor=none;fillColor=none;align=center;verticalAlign=middle;rounded=0;" value="是" vertex="1">
-           <mxGeometry height="30" width="60" x="1820" y="290" as="geometry" />
-         </mxCell>
-         <mxCell id="PsBZDfwHha2lWDHOalyY-29" edge="1" parent="1" source="PsBZDfwHha2lWDHOalyY-26" style="edgeStyle=orthogonalEdgeStyle;rounded=0;orthogonalLoop=1;jettySize=auto;html=1;" target="PsBZDfwHha2lWDHOalyY-28" value="">
-           <mxGeometry relative="1" as="geometry" />
-         </mxCell>
-         <mxCell id="PsBZDfwHha2lWDHOalyY-32" edge="1" parent="1" source="PsBZDfwHha2lWDHOalyY-26" style="edgeStyle=orthogonalEdgeStyle;rounded=0;orthogonalLoop=1;jettySize=auto;html=1;" target="PsBZDfwHha2lWDHOalyY-31" value="">
-           <mxGeometry relative="1" as="geometry" />
-         </mxCell>
-         <mxCell id="PsBZDfwHha2lWDHOalyY-26" parent="1" style="rhombus;whiteSpace=wrap;html=1;" value="&lt;div&gt;返回&quot;bq40z651&quot;&lt;/div&gt;&lt;div&gt;或&quot;bq20z451&quot;&lt;/div&gt;" vertex="1">
-           <mxGeometry height="80" width="130" x="2005" y="370" as="geometry" />
-         </mxCell>
-         <mxCell id="PsBZDfwHha2lWDHOalyY-28" parent="1" style="whiteSpace=wrap;html=1;" value="读取block 0x76" vertex="1">
-           <mxGeometry height="60" width="120" x="1880" y="497" as="geometry" />
-         </mxCell>
-         <mxCell id="PsBZDfwHha2lWDHOalyY-30" parent="1" style="text;html=1;whiteSpace=wrap;strokeColor=none;fillColor=none;align=center;verticalAlign=middle;rounded=0;" value="是" vertex="1">
-           <mxGeometry height="30" width="60" x="1950" y="382" as="geometry" />
-         </mxCell>
-         <mxCell id="PsBZDfwHha2lWDHOalyY-31" parent="1" style="whiteSpace=wrap;html=1;" value="读Block B" vertex="1">
-           <mxGeometry height="60" width="120" x="2140" y="495" as="geometry" />
-         </mxCell>
-         <mxCell id="PsBZDfwHha2lWDHOalyY-33" parent="1" style="text;html=1;whiteSpace=wrap;strokeColor=none;fillColor=none;align=center;verticalAlign=middle;rounded=0;" value="否" vertex="1">
-           <mxGeometry height="30" width="60" x="2005" y="290" as="geometry" />
-         </mxCell>
-         <mxCell id="PsBZDfwHha2lWDHOalyY-34" parent="1" style="text;html=1;whiteSpace=wrap;strokeColor=none;fillColor=none;align=center;verticalAlign=middle;rounded=0;" value="否" vertex="1">
-           <mxGeometry height="30" width="60" x="2130" y="380" as="geometry" />
+           <mxGeometry height="30" width="60" x="1415.5" y="489" as="geometry" />
        </mxCell>
        <mxCell id="PsBZDfwHha2lWDHOalyY-36" parent="1" style="text;html=1;whiteSpace=wrap;strokeColor=none;fillColor=none;align=center;verticalAlign=middle;rounded=0;fontStyle=1;fontSize=22;fontColor=light-dark(#ffffff, #ededed);strokeWidth=3;labelBackgroundColor=#000000;" value="主流程" vertex="1">
          <mxGeometry height="30" width="30" x="20" y="40" as="geometry" />
        </mxCell>
        <mxCell id="PsBZDfwHha2lWDHOalyY-37" parent="1" style="strokeWidth=2;html=1;shape=mxgraph.flowchart.terminator;whiteSpace=wrap;" value="提示OP量厚度" vertex="1">
          <mxGeometry height="60" width="100" x="430" y="470" as="geometry" />
        </mxCell>
      </root>
    </mxGraphModel>
  </diagram>
  <diagram name="读电池内码" id="XtggNMIghFGsVJKhnkbQ">
    <mxGraphModel dx="1384" dy="813" grid="1" gridSize="10" guides="1" tooltips="1" connect="1" arrows="1" fold="1" page="1" pageScale="1" pageWidth="1169" pageHeight="827" background="#FFFFFF" math="0" shadow="0">
      <root>
        <mxCell id="9dQc-XGaAXm8AKphA9NF-0" />
        <mxCell id="9dQc-XGaAXm8AKphA9NF-1" parent="9dQc-XGaAXm8AKphA9NF-0" />
        <mxCell id="9dQc-XGaAXm8AKphA9NF-71" edge="1" parent="9dQc-XGaAXm8AKphA9NF-1" source="9dQc-XGaAXm8AKphA9NF-72" style="edgeStyle=orthogonalEdgeStyle;rounded=0;orthogonalLoop=1;jettySize=auto;html=1;" target="9dQc-XGaAXm8AKphA9NF-76" value="">
          <mxGeometry relative="1" as="geometry" />
        </mxCell>
        <mxCell id="9dQc-XGaAXm8AKphA9NF-72" parent="9dQc-XGaAXm8AKphA9NF-1" style="strokeWidth=2;html=1;shape=mxgraph.flowchart.start_1;whiteSpace=wrap;" value="接入电池" vertex="1">
          <mxGeometry height="60" width="100" x="165" y="20" as="geometry" />
        </mxCell>
        <mxCell id="9dQc-XGaAXm8AKphA9NF-73" parent="9dQc-XGaAXm8AKphA9NF-1" style="text;html=1;whiteSpace=wrap;strokeColor=none;fillColor=none;align=center;verticalAlign=middle;rounded=0;fontStyle=1;strokeWidth=3;labelBackgroundColor=light-dark(#400040, #ededed);fontColor=light-dark(#ffffff, #ededed);fontSize=22;" value="读电池内码流程" vertex="1">
          <mxGeometry height="30" width="30" x="5" y="80" as="geometry" />
        </mxCell>
        <mxCell id="9dQc-XGaAXm8AKphA9NF-74" parent="9dQc-XGaAXm8AKphA9NF-1" style="text;html=1;whiteSpace=wrap;strokeColor=#d79b00;fillColor=#ffe6cc;align=left;verticalAlign=top;rounded=0;fontSize=14;labelBackgroundColor=none;" value="&lt;div&gt;&lt;b&gt;[ 0x21命令 ]&lt;/b&gt;&lt;/div&gt;&lt;div&gt;Volchok&lt;span style=&quot;white-space: pre;&quot;&gt;&#x9;&lt;/span&gt;&lt;span style=&quot;white-space: pre;&quot;&gt;&#x9;&lt;/span&gt;block 0x91&lt;span style=&quot;white-space: pre;&quot;&gt;&#x9;&lt;/span&gt;Volchok&lt;/div&gt;&lt;div&gt;Veridian&lt;span style=&quot;white-space: pre;&quot;&gt;&lt;span style=&quot;white-space: pre;&quot;&gt;&#x9;&lt;/span&gt;&lt;span style=&quot;white-space: pre;&quot;&gt;&#x9;&lt;/span&gt;block 0x91&#x9;Veridian&lt;/span&gt;&lt;/div&gt;&lt;div&gt;BQ40Z651&lt;span style=&quot;white-space: pre;&quot;&gt;&#x9;block 0x76&lt;/span&gt;&lt;span style=&quot;white-space: pre;&quot;&gt;&#x9;????&lt;span style=&quot;white-space: pre;&quot;&gt;&#x9;&lt;/span&gt;&lt;span style=&quot;white-space: pre;&quot;&gt;&#x9;&lt;/span&gt;锁码能不能读?&lt;/span&gt;&lt;/div&gt;&lt;div&gt;&lt;span style=&quot;white-space: pre;&quot;&gt;BQ20Z451&lt;span style=&quot;white-space: pre;&quot;&gt;&#x9;&lt;/span&gt;block 0x76&lt;span style=&quot;white-space: pre;&quot;&gt;&#x9;???&lt;span style=&quot;white-space: pre;&quot;&gt;&#x9;&lt;/span&gt;&lt;span style=&quot;white-space: pre;&quot;&gt;&#x9;&lt;/span&gt;&lt;span style=&quot;white-space: pre;&quot;&gt;&#x9;&lt;/span&gt;锁码能不能读?&lt;/span&gt;&lt;/span&gt;&lt;/div&gt;&lt;div&gt;&lt;br&gt;&lt;/div&gt;&lt;div&gt;&lt;b&gt;[ 00 -&amp;gt; 0x0001 ]&lt;/b&gt;&lt;/div&gt;&lt;div&gt;bq27546&lt;span style=&quot;white-space: pre;&quot;&gt;&#x9;&lt;/span&gt;&lt;span style=&quot;white-space: pre;&quot;&gt;&#x9;Block B&lt;span style=&quot;white-space: pre;&quot;&gt;&#x9;&lt;/span&gt;&lt;span style=&quot;white-space: pre;&quot;&gt;&#x9;&lt;/span&gt;0x0546&lt;span style=&quot;white-space: pre;&quot;&gt;&#x9;&lt;/span&gt;&lt;span style=&quot;white-space: pre;&quot;&gt;&#x9;&lt;/span&gt;锁码可以读device name&lt;/span&gt;&lt;/div&gt;&lt;div&gt;&lt;br&gt;&lt;/div&gt;" vertex="1">
          <mxGeometry height="174.5" width="470" x="600" y="20" as="geometry" />
        </mxCell>
        <mxCell id="9dQc-XGaAXm8AKphA9NF-75" edge="1" parent="9dQc-XGaAXm8AKphA9NF-1" source="9dQc-XGaAXm8AKphA9NF-76" style="edgeStyle=orthogonalEdgeStyle;rounded=0;orthogonalLoop=1;jettySize=auto;html=1;" target="9dQc-XGaAXm8AKphA9NF-79" value="">
          <mxGeometry relative="1" as="geometry" />
        </mxCell>
        <mxCell id="9dQc-XGaAXm8AKphA9NF-76" parent="9dQc-XGaAXm8AKphA9NF-1" style="rounded=1;whiteSpace=wrap;html=1;" value="读Block 0x21" vertex="1">
          <mxGeometry height="60" width="120" x="155" y="135" as="geometry" />
        </mxCell>
        <mxCell id="9dQc-XGaAXm8AKphA9NF-77" edge="1" parent="9dQc-XGaAXm8AKphA9NF-1" source="9dQc-XGaAXm8AKphA9NF-79" style="edgeStyle=orthogonalEdgeStyle;rounded=0;orthogonalLoop=1;jettySize=auto;html=1;" target="9dQc-XGaAXm8AKphA9NF-84" value="">
          <mxGeometry relative="1" as="geometry" />
        </mxCell>
        <mxCell id="9dQc-XGaAXm8AKphA9NF-78" edge="1" parent="9dQc-XGaAXm8AKphA9NF-1" source="9dQc-XGaAXm8AKphA9NF-79" style="edgeStyle=orthogonalEdgeStyle;rounded=0;orthogonalLoop=1;jettySize=auto;html=1;entryX=0.5;entryY=0;entryDx=0;entryDy=0;" target="9dQc-XGaAXm8AKphA9NF-80">
          <mxGeometry relative="1" as="geometry">
            <Array as="points">
              <mxPoint x="95" y="290" />
            </Array>
          </mxGeometry>
        </mxCell>
        <mxCell id="9dQc-XGaAXm8AKphA9NF-79" parent="9dQc-XGaAXm8AKphA9NF-1" style="rhombus;whiteSpace=wrap;html=1;" value="&lt;div&gt;返回&quot;Volchok&quot;&lt;/div&gt;&lt;div&gt;或&quot;Veridian&quot;?&lt;/div&gt;" vertex="1">
          <mxGeometry height="80" width="120" x="155" y="250" as="geometry" />
        </mxCell>
        <mxCell id="9dQc-XGaAXm8AKphA9NF-80" parent="9dQc-XGaAXm8AKphA9NF-1" style="rounded=1;whiteSpace=wrap;html=1;" value="读block 0x91" vertex="1">
          <mxGeometry height="60" width="120" x="35" y="359" as="geometry" />
        </mxCell>
        <mxCell id="9dQc-XGaAXm8AKphA9NF-81" parent="9dQc-XGaAXm8AKphA9NF-1" style="text;html=1;whiteSpace=wrap;strokeColor=none;fillColor=none;align=center;verticalAlign=middle;rounded=0;" value="是" vertex="1">
          <mxGeometry height="30" width="60" x="95" y="259" as="geometry" />
        </mxCell>
        <mxCell id="9dQc-XGaAXm8AKphA9NF-82" edge="1" parent="9dQc-XGaAXm8AKphA9NF-1" source="9dQc-XGaAXm8AKphA9NF-84" style="edgeStyle=orthogonalEdgeStyle;rounded=0;orthogonalLoop=1;jettySize=auto;html=1;" target="9dQc-XGaAXm8AKphA9NF-85" value="">
          <mxGeometry relative="1" as="geometry" />
        </mxCell>
        <mxCell id="9dQc-XGaAXm8AKphA9NF-83" edge="1" parent="9dQc-XGaAXm8AKphA9NF-1" source="9dQc-XGaAXm8AKphA9NF-84" style="edgeStyle=orthogonalEdgeStyle;rounded=0;orthogonalLoop=1;jettySize=auto;html=1;" target="9dQc-XGaAXm8AKphA9NF-87" value="">
          <mxGeometry relative="1" as="geometry" />
        </mxCell>
        <mxCell id="9dQc-XGaAXm8AKphA9NF-84" parent="9dQc-XGaAXm8AKphA9NF-1" style="rhombus;whiteSpace=wrap;html=1;" value="&lt;div&gt;返回&quot;bq40z651&quot;&lt;/div&gt;&lt;div&gt;或&quot;bq20z451&quot;&lt;/div&gt;" vertex="1">
          <mxGeometry height="80" width="130" x="280" y="339" as="geometry" />
        </mxCell>
        <mxCell id="9dQc-XGaAXm8AKphA9NF-85" parent="9dQc-XGaAXm8AKphA9NF-1" style="whiteSpace=wrap;html=1;" value="读取block 0x76" vertex="1">
          <mxGeometry height="60" width="120" x="155" y="466" as="geometry" />
        </mxCell>
        <mxCell id="9dQc-XGaAXm8AKphA9NF-86" parent="9dQc-XGaAXm8AKphA9NF-1" style="text;html=1;whiteSpace=wrap;strokeColor=none;fillColor=none;align=center;verticalAlign=middle;rounded=0;" value="是" vertex="1">
          <mxGeometry height="30" width="60" x="225" y="351" as="geometry" />
        </mxCell>
        <mxCell id="9dQc-XGaAXm8AKphA9NF-87" parent="9dQc-XGaAXm8AKphA9NF-1" style="whiteSpace=wrap;html=1;" value="读Block B" vertex="1">
          <mxGeometry height="60" width="120" x="415" y="464" as="geometry" />
        </mxCell>
        <mxCell id="9dQc-XGaAXm8AKphA9NF-88" parent="9dQc-XGaAXm8AKphA9NF-1" style="text;html=1;whiteSpace=wrap;strokeColor=none;fillColor=none;align=center;verticalAlign=middle;rounded=0;" value="否" vertex="1">
          <mxGeometry height="30" width="60" x="280" y="259" as="geometry" />
        </mxCell>
        <mxCell id="9dQc-XGaAXm8AKphA9NF-89" parent="9dQc-XGaAXm8AKphA9NF-1" style="text;html=1;whiteSpace=wrap;strokeColor=none;fillColor=none;align=center;verticalAlign=middle;rounded=0;" value="否" vertex="1">
          <mxGeometry height="30" width="60" x="405" y="349" as="geometry" />
        </mxCell>
      </root>
    </mxGraphModel>
  </diagram>
  <diagram name="第 1 页 的副本" id="r-xrkArUSaqQMWdUCquU">
    <mxGraphModel grid="1" page="1" gridSize="10" guides="1" tooltips="1" connect="1" arrows="1" fold="1" pageScale="1" pageWidth="1169" pageHeight="827" background="#FFFFFF" math="0" shadow="0">
      <root>
        <mxCell id="0YfRxUv1tj9zWzMnxWgF-0" />
        <mxCell id="0YfRxUv1tj9zWzMnxWgF-1" parent="0YfRxUv1tj9zWzMnxWgF-0" />
        <mxCell id="0YfRxUv1tj9zWzMnxWgF-2" edge="1" parent="0YfRxUv1tj9zWzMnxWgF-1" source="0YfRxUv1tj9zWzMnxWgF-3" style="edgeStyle=orthogonalEdgeStyle;rounded=0;orthogonalLoop=1;jettySize=auto;html=1;" target="0YfRxUv1tj9zWzMnxWgF-5" value="">
          <mxGeometry relative="1" as="geometry" />
        </mxCell>
        <mxCell id="0YfRxUv1tj9zWzMnxWgF-3" parent="0YfRxUv1tj9zWzMnxWgF-1" style="strokeWidth=2;html=1;shape=mxgraph.flowchart.start_1;whiteSpace=wrap;" value="OP接入电池" vertex="1">
          <mxGeometry height="60" width="100" x="216" y="20" as="geometry" />
        </mxCell>
        <mxCell id="0YfRxUv1tj9zWzMnxWgF-4" edge="1" parent="0YfRxUv1tj9zWzMnxWgF-1" source="0YfRxUv1tj9zWzMnxWgF-5" style="edgeStyle=orthogonalEdgeStyle;rounded=0;orthogonalLoop=1;jettySize=auto;html=1;" target="0YfRxUv1tj9zWzMnxWgF-8" value="">
          <mxGeometry relative="1" as="geometry" />
        </mxCell>
        <mxCell id="0YfRxUv1tj9zWzMnxWgF-5" parent="0YfRxUv1tj9zWzMnxWgF-1" style="rounded=1;whiteSpace=wrap;html=1;absoluteArcSize=1;arcSize=14;strokeWidth=2;" value="读取设备电压" vertex="1">
          <mxGeometry height="50" width="130" x="201" y="126" as="geometry" />
        </mxCell>
        <mxCell id="0YfRxUv1tj9zWzMnxWgF-6" edge="1" parent="0YfRxUv1tj9zWzMnxWgF-1" source="0YfRxUv1tj9zWzMnxWgF-8" style="edgeStyle=orthogonalEdgeStyle;rounded=0;orthogonalLoop=1;jettySize=auto;html=1;" target="0YfRxUv1tj9zWzMnxWgF-12" value="">
          <mxGeometry relative="1" as="geometry" />
        </mxCell>
        <mxCell id="0YfRxUv1tj9zWzMnxWgF-7" edge="1" parent="0YfRxUv1tj9zWzMnxWgF-1" source="0YfRxUv1tj9zWzMnxWgF-8" style="edgeStyle=orthogonalEdgeStyle;rounded=0;orthogonalLoop=1;jettySize=auto;html=1;entryX=0;entryY=0.5;entryDx=0;entryDy=0;" target="0YfRxUv1tj9zWzMnxWgF-5">
          <mxGeometry relative="1" as="geometry">
            <Array as="points">
              <mxPoint x="131" y="252" />
              <mxPoint x="131" y="151" />
            </Array>
            <mxPoint x="411" y="146" as="targetPoint" />
          </mxGeometry>
        </mxCell>
        <mxCell id="0YfRxUv1tj9zWzMnxWgF-8" parent="0YfRxUv1tj9zWzMnxWgF-1" style="strokeWidth=2;html=1;shape=mxgraph.flowchart.decision;whiteSpace=wrap;" value="设备电压 &amp;gt; 3V吗?" vertex="1">
          <mxGeometry height="69" width="130" x="201" y="217" as="geometry" />
        </mxCell>
        <mxCell id="0YfRxUv1tj9zWzMnxWgF-9" parent="0YfRxUv1tj9zWzMnxWgF-1" style="text;html=1;whiteSpace=wrap;strokeColor=none;fillColor=none;align=center;verticalAlign=middle;rounded=0;" value="&lt;div&gt;否&lt;/div&gt;" vertex="1">
          <mxGeometry height="30" width="60" x="141" y="216" as="geometry" />
        </mxCell>
        <mxCell id="0YfRxUv1tj9zWzMnxWgF-10" parent="0YfRxUv1tj9zWzMnxWgF-1" style="text;html=1;whiteSpace=wrap;strokeColor=none;fillColor=none;align=center;verticalAlign=middle;rounded=0;" value="&lt;div&gt;是&lt;/div&gt;" vertex="1">
          <mxGeometry height="30" width="60" x="216" y="286" as="geometry" />
        </mxCell>
        <mxCell id="0YfRxUv1tj9zWzMnxWgF-11" edge="1" parent="0YfRxUv1tj9zWzMnxWgF-1" source="0YfRxUv1tj9zWzMnxWgF-12" style="edgeStyle=orthogonalEdgeStyle;rounded=0;orthogonalLoop=1;jettySize=auto;html=1;" target="0YfRxUv1tj9zWzMnxWgF-14" value="">
          <mxGeometry relative="1" as="geometry" />
        </mxCell>
        <mxCell id="0YfRxUv1tj9zWzMnxWgF-12" parent="0YfRxUv1tj9zWzMnxWgF-1" style="shape=process;whiteSpace=wrap;html=1;backgroundOutline=1;" value="读取电池内码" vertex="1">
          <mxGeometry height="60" width="120" x="206" y="326" as="geometry" />
        </mxCell>
        <mxCell id="0YfRxUv1tj9zWzMnxWgF-13" edge="1" parent="0YfRxUv1tj9zWzMnxWgF-1" source="0YfRxUv1tj9zWzMnxWgF-14" style="edgeStyle=orthogonalEdgeStyle;rounded=0;orthogonalLoop=1;jettySize=auto;html=1;" target="0YfRxUv1tj9zWzMnxWgF-19" value="">
          <mxGeometry relative="1" as="geometry" />
        </mxCell>
        <mxCell id="0YfRxUv1tj9zWzMnxWgF-14" parent="0YfRxUv1tj9zWzMnxWgF-1" style="rounded=1;whiteSpace=wrap;html=1;" value="通过MIS API获取Lab条码" vertex="1">
          <mxGeometry height="60" width="120" x="206" y="426" as="geometry" />
        </mxCell>
        <mxCell id="0YfRxUv1tj9zWzMnxWgF-15" edge="1" parent="0YfRxUv1tj9zWzMnxWgF-1" style="edgeStyle=orthogonalEdgeStyle;rounded=0;orthogonalLoop=1;jettySize=auto;html=1;entryX=0.5;entryY=0;entryDx=0;entryDy=0;entryPerimeter=0;strokeWidth=1;" target="0YfRxUv1tj9zWzMnxWgF-26" value="">
          <mxGeometry relative="1" as="geometry">
            <Array as="points">
              <mxPoint x="276" y="750" />
              <mxPoint x="385" y="750" />
              <mxPoint x="385" y="20" />
              <mxPoint x="780" y="20" />
              <mxPoint x="780" y="59" />
            </Array>
            <mxPoint x="276" y="716" as="sourcePoint" />
            <mxPoint x="793" y="59" as="targetPoint" />
          </mxGeometry>
        </mxCell>
        <mxCell id="0YfRxUv1tj9zWzMnxWgF-16" parent="0YfRxUv1tj9zWzMnxWgF-1" style="rounded=1;whiteSpace=wrap;html=1;" value="通过MIS API获取Route" vertex="1">
          <mxGeometry height="60" width="120" x="206" y="656" as="geometry" />
        </mxCell>
        <mxCell id="0YfRxUv1tj9zWzMnxWgF-17" edge="1" parent="0YfRxUv1tj9zWzMnxWgF-1" source="0YfRxUv1tj9zWzMnxWgF-19" style="edgeStyle=orthogonalEdgeStyle;rounded=0;orthogonalLoop=1;jettySize=auto;html=1;" target="0YfRxUv1tj9zWzMnxWgF-16" value="">
          <mxGeometry relative="1" as="geometry" />
        </mxCell>
        <mxCell id="0YfRxUv1tj9zWzMnxWgF-18" edge="1" parent="0YfRxUv1tj9zWzMnxWgF-1" source="0YfRxUv1tj9zWzMnxWgF-19" style="edgeStyle=orthogonalEdgeStyle;rounded=0;orthogonalLoop=1;jettySize=auto;html=1;" value="">
          <mxGeometry relative="1" as="geometry">
            <mxPoint x="141" y="566" as="targetPoint" />
          </mxGeometry>
        </mxCell>
        <mxCell id="0YfRxUv1tj9zWzMnxWgF-19" parent="0YfRxUv1tj9zWzMnxWgF-1" style="rhombus;whiteSpace=wrap;html=1;" value="获取到了Lab条码?" vertex="1">
          <mxGeometry height="80" width="125" x="203.5" y="526" as="geometry" />
        </mxCell>
        <mxCell id="0YfRxUv1tj9zWzMnxWgF-20" parent="0YfRxUv1tj9zWzMnxWgF-1" style="text;html=1;whiteSpace=wrap;strokeColor=none;fillColor=none;align=center;verticalAlign=middle;rounded=0;" value="是" vertex="1">
          <mxGeometry height="30" width="60" x="216" y="616" as="geometry" />
        </mxCell>
        <mxCell id="0YfRxUv1tj9zWzMnxWgF-21" edge="1" parent="0YfRxUv1tj9zWzMnxWgF-1" style="edgeStyle=orthogonalEdgeStyle;rounded=0;orthogonalLoop=1;jettySize=auto;html=1;" target="0YfRxUv1tj9zWzMnxWgF-23" value="">
          <mxGeometry relative="1" as="geometry">
            <mxPoint x="81" y="596" as="sourcePoint" />
          </mxGeometry>
        </mxCell>
        <mxCell id="0YfRxUv1tj9zWzMnxWgF-22" parent="0YfRxUv1tj9zWzMnxWgF-1" style="shape=process;whiteSpace=wrap;html=1;backgroundOutline=1;fillColor=#f8cecc;strokeColor=#b85450;" value="单机程式, 要审核?" vertex="1">
          <mxGeometry height="60" width="120" x="20" y="536" as="geometry" />
        </mxCell>
        <mxCell id="0YfRxUv1tj9zWzMnxWgF-23" parent="0YfRxUv1tj9zWzMnxWgF-1" style="strokeWidth=2;html=1;shape=mxgraph.flowchart.terminator;whiteSpace=wrap;" value="结束" vertex="1">
          <mxGeometry height="60" width="100" x="31" y="656" as="geometry" />
        </mxCell>
        <mxCell id="0YfRxUv1tj9zWzMnxWgF-24" edge="1" parent="0YfRxUv1tj9zWzMnxWgF-1" source="0YfRxUv1tj9zWzMnxWgF-26" style="edgeStyle=orthogonalEdgeStyle;rounded=0;orthogonalLoop=1;jettySize=auto;html=1;exitX=0;exitY=0.5;exitDx=0;exitDy=0;exitPerimeter=0;" target="0YfRxUv1tj9zWzMnxWgF-29" value="">
          <mxGeometry relative="1" as="geometry">
            <mxPoint x="595" y="129" as="sourcePoint" />
          </mxGeometry>
        </mxCell>
        <mxCell id="0YfRxUv1tj9zWzMnxWgF-25" edge="1" parent="0YfRxUv1tj9zWzMnxWgF-1" source="0YfRxUv1tj9zWzMnxWgF-26" style="edgeStyle=orthogonalEdgeStyle;rounded=0;orthogonalLoop=1;jettySize=auto;html=1;" target="0YfRxUv1tj9zWzMnxWgF-34" value="">
          <mxGeometry relative="1" as="geometry" />
        </mxCell>
        <mxCell id="0YfRxUv1tj9zWzMnxWgF-26" parent="0YfRxUv1tj9zWzMnxWgF-1" style="strokeWidth=2;html=1;shape=mxgraph.flowchart.decision;whiteSpace=wrap;" value="&lt;div&gt;TE系统中有&lt;/div&gt;&lt;div&gt;Learning记录?&lt;/div&gt;" vertex="1">
          <mxGeometry height="80" width="140" x="710" y="66" as="geometry" />
        </mxCell>
        <mxCell id="0YfRxUv1tj9zWzMnxWgF-27" edge="1" parent="0YfRxUv1tj9zWzMnxWgF-1" source="0YfRxUv1tj9zWzMnxWgF-29" style="edgeStyle=orthogonalEdgeStyle;rounded=0;orthogonalLoop=1;jettySize=auto;html=1;entryX=0.5;entryY=0;entryDx=0;entryDy=0;exitX=1;exitY=0.5;exitDx=0;exitDy=0;exitPerimeter=0;" target="0YfRxUv1tj9zWzMnxWgF-49">
          <mxGeometry relative="1" as="geometry" />
        </mxCell>
        <mxCell id="0YfRxUv1tj9zWzMnxWgF-28" edge="1" parent="0YfRxUv1tj9zWzMnxWgF-1" source="0YfRxUv1tj9zWzMnxWgF-29" style="edgeStyle=orthogonalEdgeStyle;rounded=0;orthogonalLoop=1;jettySize=auto;html=1;entryX=0.5;entryY=0;entryDx=0;entryDy=0;" target="0YfRxUv1tj9zWzMnxWgF-38">
          <mxGeometry relative="1" as="geometry">
            <Array as="points">
              <mxPoint x="464" y="229" />
            </Array>
          </mxGeometry>
        </mxCell>
        <mxCell id="0YfRxUv1tj9zWzMnxWgF-29" parent="0YfRxUv1tj9zWzMnxWgF-1" style="strokeWidth=2;html=1;shape=mxgraph.flowchart.decision;whiteSpace=wrap;" value="&lt;div&gt;Learning file names里面&lt;/div&gt;&lt;div&gt;有start关键字?&lt;/div&gt;" vertex="1">
          <mxGeometry height="100" width="170" x="510" y="179" as="geometry" />
        </mxCell>
        <mxCell id="0YfRxUv1tj9zWzMnxWgF-30" parent="0YfRxUv1tj9zWzMnxWgF-1" style="text;html=1;whiteSpace=wrap;strokeColor=none;fillColor=none;align=center;verticalAlign=middle;rounded=0;" value="否" vertex="1">
          <mxGeometry height="30" width="60" x="642.5" y="111" as="geometry" />
        </mxCell>
        <mxCell id="0YfRxUv1tj9zWzMnxWgF-31" parent="0YfRxUv1tj9zWzMnxWgF-1" style="text;html=1;whiteSpace=wrap;strokeColor=none;fillColor=none;align=center;verticalAlign=middle;rounded=0;" value="是" vertex="1">
          <mxGeometry height="30" width="60" x="850" y="104" as="geometry" />
        </mxCell>
        <mxCell id="0YfRxUv1tj9zWzMnxWgF-32" edge="1" parent="0YfRxUv1tj9zWzMnxWgF-1" source="0YfRxUv1tj9zWzMnxWgF-34" style="edgeStyle=orthogonalEdgeStyle;rounded=0;orthogonalLoop=1;jettySize=auto;html=1;" target="0YfRxUv1tj9zWzMnxWgF-35" value="">
          <mxGeometry relative="1" as="geometry">
            <Array as="points">
              <mxPoint x="860" y="219" />
            </Array>
          </mxGeometry>
        </mxCell>
        <mxCell id="0YfRxUv1tj9zWzMnxWgF-33" edge="1" parent="0YfRxUv1tj9zWzMnxWgF-1" source="0YfRxUv1tj9zWzMnxWgF-34" style="edgeStyle=orthogonalEdgeStyle;rounded=0;orthogonalLoop=1;jettySize=auto;html=1;entryX=1;entryY=0.5;entryDx=0;entryDy=0;" target="0YfRxUv1tj9zWzMnxWgF-45">
          <mxGeometry relative="1" as="geometry">
            <Array as="points">
              <mxPoint x="1070" y="219" />
              <mxPoint x="1070" y="10" />
              <mxPoint x="1461" y="10" />
              <mxPoint x="1461" y="121" />
            </Array>
          </mxGeometry>
        </mxCell>
        <mxCell id="0YfRxUv1tj9zWzMnxWgF-34" parent="0YfRxUv1tj9zWzMnxWgF-1" style="rhombus;whiteSpace=wrap;html=1;" value="当前cycle区间跑完了?" vertex="1">
          <mxGeometry height="80" width="160" x="877" y="179" as="geometry" />
        </mxCell>
        <mxCell id="0YfRxUv1tj9zWzMnxWgF-35" parent="0YfRxUv1tj9zWzMnxWgF-1" style="rounded=1;whiteSpace=wrap;html=1;fillColor=#d5e8d4;strokeColor=#82b366;" value="手动接续" vertex="1">
          <mxGeometry height="60" width="120" x="800" y="291" as="geometry" />
        </mxCell>
        <mxCell id="0YfRxUv1tj9zWzMnxWgF-36" parent="0YfRxUv1tj9zWzMnxWgF-1" style="text;html=1;whiteSpace=wrap;strokeColor=none;fillColor=none;align=center;verticalAlign=middle;rounded=0;" value="没跑完" vertex="1">
          <mxGeometry height="30" width="60" x="860" y="238" as="geometry" />
        </mxCell>
        <mxCell id="0YfRxUv1tj9zWzMnxWgF-37" edge="1" parent="0YfRxUv1tj9zWzMnxWgF-1" source="0YfRxUv1tj9zWzMnxWgF-38" style="edgeStyle=orthogonalEdgeStyle;rounded=0;orthogonalLoop=1;jettySize=auto;html=1;entryX=0.5;entryY=0;entryDx=0;entryDy=0;exitX=0.5;exitY=1;exitDx=0;exitDy=0;" target="0YfRxUv1tj9zWzMnxWgF-42">
          <mxGeometry relative="1" as="geometry">
            <Array as="points">
              <mxPoint x="470" y="390" />
              <mxPoint x="692" y="390" />
            </Array>
          </mxGeometry>
        </mxCell>
        <mxCell id="0YfRxUv1tj9zWzMnxWgF-38" parent="0YfRxUv1tj9zWzMnxWgF-1" style="rounded=1;whiteSpace=wrap;html=1;fillColor=#d5e8d4;strokeColor=#82b366;" value="跑start learning档" vertex="1">
          <mxGeometry height="60" width="120" x="404" y="288" as="geometry" />
        </mxCell>
        <mxCell id="0YfRxUv1tj9zWzMnxWgF-39" parent="0YfRxUv1tj9zWzMnxWgF-1" style="text;html=1;whiteSpace=wrap;strokeColor=none;fillColor=none;align=center;verticalAlign=middle;rounded=0;" value="是" vertex="1">
          <mxGeometry height="30" width="60" x="464" y="226" as="geometry" />
        </mxCell>
        <mxCell id="0YfRxUv1tj9zWzMnxWgF-40" edge="1" parent="0YfRxUv1tj9zWzMnxWgF-1" source="0YfRxUv1tj9zWzMnxWgF-42" style="edgeStyle=orthogonalEdgeStyle;rounded=0;orthogonalLoop=1;jettySize=auto;html=1;entryX=0.5;entryY=0;entryDx=0;entryDy=0;strokeWidth=1;exitX=1;exitY=0.5;exitDx=0;exitDy=0;" target="0YfRxUv1tj9zWzMnxWgF-45">
          <mxGeometry relative="1" as="geometry">
            <Array as="points">
              <mxPoint x="1140" y="500" />
              <mxPoint x="1140" y="30" />
              <mxPoint x="1381" y="30" />
            </Array>
            <mxPoint x="800" y="500" as="sourcePoint" />
          </mxGeometry>
        </mxCell>
        <mxCell id="0YfRxUv1tj9zWzMnxWgF-41" edge="1" parent="0YfRxUv1tj9zWzMnxWgF-1" source="0YfRxUv1tj9zWzMnxWgF-42" style="edgeStyle=orthogonalEdgeStyle;rounded=0;orthogonalLoop=1;jettySize=auto;html=1;" target="0YfRxUv1tj9zWzMnxWgF-91" value="">
          <mxGeometry relative="1" as="geometry" />
        </mxCell>
        <mxCell id="0YfRxUv1tj9zWzMnxWgF-42" parent="0YfRxUv1tj9zWzMnxWgF-1" style="rhombus;whiteSpace=wrap;html=1;" value="&lt;div&gt;刚跑完的learning档名字中&lt;/div&gt;&lt;div&gt;含有量厚度关键字?&lt;/div&gt;" vertex="1">
          <mxGeometry height="80" width="205" x="590" y="460" as="geometry" />
        </mxCell>
        <mxCell id="0YfRxUv1tj9zWzMnxWgF-43" parent="0YfRxUv1tj9zWzMnxWgF-1" style="text;html=1;whiteSpace=wrap;strokeColor=none;fillColor=none;align=center;verticalAlign=middle;rounded=0;" value="&lt;div&gt;含&lt;/div&gt;" vertex="1">
          <mxGeometry height="30" width="60" x="530" y="500" as="geometry" />
        </mxCell>
        <mxCell id="0YfRxUv1tj9zWzMnxWgF-44" edge="1" parent="0YfRxUv1tj9zWzMnxWgF-1" source="0YfRxUv1tj9zWzMnxWgF-45" style="edgeStyle=orthogonalEdgeStyle;rounded=0;orthogonalLoop=1;jettySize=auto;html=1;" target="0YfRxUv1tj9zWzMnxWgF-54" value="">
          <mxGeometry relative="1" as="geometry" />
        </mxCell>
        <mxCell id="0YfRxUv1tj9zWzMnxWgF-45" parent="0YfRxUv1tj9zWzMnxWgF-1" style="rounded=1;whiteSpace=wrap;html=1;fillColor=#d5e8d4;strokeColor=#82b366;" value="自动跑下一个cycle区间" vertex="1">
          <mxGeometry height="60" width="120" x="1321" y="91" as="geometry" />
        </mxCell>
        <mxCell id="0YfRxUv1tj9zWzMnxWgF-46" parent="0YfRxUv1tj9zWzMnxWgF-1" style="text;html=1;whiteSpace=wrap;strokeColor=none;fillColor=none;align=center;verticalAlign=middle;rounded=0;" value="否" vertex="1">
          <mxGeometry height="30" width="60" x="146" y="536" as="geometry" />
        </mxCell>
        <mxCell id="0YfRxUv1tj9zWzMnxWgF-47" parent="0YfRxUv1tj9zWzMnxWgF-1" style="text;html=1;whiteSpace=wrap;strokeColor=none;fillColor=none;align=center;verticalAlign=middle;rounded=0;" value="跑完了" vertex="1">
          <mxGeometry height="30" width="60" x="1020" y="233.5" as="geometry" />
        </mxCell>
        <mxCell id="0YfRxUv1tj9zWzMnxWgF-48" edge="1" parent="0YfRxUv1tj9zWzMnxWgF-1" source="0YfRxUv1tj9zWzMnxWgF-49" style="edgeStyle=orthogonalEdgeStyle;rounded=0;orthogonalLoop=1;jettySize=auto;html=1;entryX=0.5;entryY=0;entryDx=0;entryDy=0;exitX=0.5;exitY=1;exitDx=0;exitDy=0;" target="0YfRxUv1tj9zWzMnxWgF-42">
          <mxGeometry relative="1" as="geometry">
            <Array as="points">
              <mxPoint x="725" y="390" />
              <mxPoint x="692" y="390" />
            </Array>
          </mxGeometry>
        </mxCell>
        <mxCell id="0YfRxUv1tj9zWzMnxWgF-49" parent="0YfRxUv1tj9zWzMnxWgF-1" style="rounded=1;whiteSpace=wrap;html=1;fillColor=#d5e8d4;strokeColor=#82b366;" value="跑cycle1 learning档" vertex="1">
          <mxGeometry height="60" width="120" x="665" y="290" as="geometry" />
        </mxCell>
        <mxCell id="0YfRxUv1tj9zWzMnxWgF-50" parent="0YfRxUv1tj9zWzMnxWgF-1" style="text;html=1;whiteSpace=wrap;strokeColor=none;fillColor=none;align=center;verticalAlign=middle;rounded=0;" value="否" vertex="1">
          <mxGeometry height="30" width="60" x="665" y="224" as="geometry" />
        </mxCell>
        <mxCell id="0YfRxUv1tj9zWzMnxWgF-51" parent="0YfRxUv1tj9zWzMnxWgF-1" style="text;html=1;whiteSpace=wrap;strokeColor=none;fillColor=none;align=center;verticalAlign=middle;rounded=0;" value="不含" vertex="1">
          <mxGeometry height="30" width="60" x="800" y="500" as="geometry" />
        </mxCell>
        <mxCell id="0YfRxUv1tj9zWzMnxWgF-52" edge="1" parent="0YfRxUv1tj9zWzMnxWgF-1" source="0YfRxUv1tj9zWzMnxWgF-54" style="edgeStyle=orthogonalEdgeStyle;rounded=0;orthogonalLoop=1;jettySize=auto;html=1;" target="0YfRxUv1tj9zWzMnxWgF-60" value="">
          <mxGeometry relative="1" as="geometry" />
        </mxCell>
        <mxCell id="0YfRxUv1tj9zWzMnxWgF-53" edge="1" parent="0YfRxUv1tj9zWzMnxWgF-1" source="0YfRxUv1tj9zWzMnxWgF-54" style="edgeStyle=orthogonalEdgeStyle;rounded=0;orthogonalLoop=1;jettySize=auto;html=1;" target="0YfRxUv1tj9zWzMnxWgF-57" value="">
          <mxGeometry relative="1" as="geometry" />
        </mxCell>
        <mxCell id="0YfRxUv1tj9zWzMnxWgF-54" parent="0YfRxUv1tj9zWzMnxWgF-1" style="rhombus;whiteSpace=wrap;html=1;" value="&lt;div&gt;刚跑完的learning档名字中&lt;/div&gt;&lt;div&gt;含有量厚度关键字?&lt;/div&gt;" vertex="1">
          <mxGeometry height="80" width="205" x="1278.5" y="199" as="geometry" />
        </mxCell>
        <mxCell id="0YfRxUv1tj9zWzMnxWgF-55" parent="0YfRxUv1tj9zWzMnxWgF-1" style="text;html=1;whiteSpace=wrap;strokeColor=none;fillColor=none;align=center;verticalAlign=middle;rounded=0;" value="含" vertex="1">
          <mxGeometry height="30" width="60" x="1500" y="246" as="geometry" />
        </mxCell>
        <mxCell id="0YfRxUv1tj9zWzMnxWgF-56" parent="0YfRxUv1tj9zWzMnxWgF-1" style="text;html=1;whiteSpace=wrap;strokeColor=none;fillColor=none;align=center;verticalAlign=middle;rounded=0;" value="不含" vertex="1">
          <mxGeometry height="30" width="60" x="1321" y="281" as="geometry" />
        </mxCell>
        <mxCell id="0YfRxUv1tj9zWzMnxWgF-57" parent="0YfRxUv1tj9zWzMnxWgF-1" style="strokeWidth=2;html=1;shape=mxgraph.flowchart.start_1;whiteSpace=wrap;" value="&lt;div&gt;提示OP量厚度&lt;/div&gt;" vertex="1">
          <mxGeometry height="60" width="100" x="1580" y="209" as="geometry" />
        </mxCell>
        <mxCell id="0YfRxUv1tj9zWzMnxWgF-58" edge="1" parent="0YfRxUv1tj9zWzMnxWgF-1" source="0YfRxUv1tj9zWzMnxWgF-60" style="edgeStyle=orthogonalEdgeStyle;rounded=0;orthogonalLoop=1;jettySize=auto;html=1;" target="0YfRxUv1tj9zWzMnxWgF-65" value="">
          <mxGeometry relative="1" as="geometry" />
        </mxCell>
        <mxCell id="0YfRxUv1tj9zWzMnxWgF-59" edge="1" parent="0YfRxUv1tj9zWzMnxWgF-1" source="0YfRxUv1tj9zWzMnxWgF-60" style="edgeStyle=orthogonalEdgeStyle;rounded=0;orthogonalLoop=1;jettySize=auto;html=1;entryX=0;entryY=0.5;entryDx=0;entryDy=0;" target="0YfRxUv1tj9zWzMnxWgF-45">
          <mxGeometry relative="1" as="geometry">
            <Array as="points">
              <mxPoint x="1250" y="379" />
              <mxPoint x="1250" y="121" />
            </Array>
          </mxGeometry>
        </mxCell>
        <mxCell id="0YfRxUv1tj9zWzMnxWgF-60" parent="0YfRxUv1tj9zWzMnxWgF-1" style="rhombus;whiteSpace=wrap;html=1;" value="所有cycle区间都跑完了?" vertex="1">
          <mxGeometry height="80" width="151" x="1305.5" y="339" as="geometry" />
        </mxCell>
        <mxCell id="0YfRxUv1tj9zWzMnxWgF-61" parent="0YfRxUv1tj9zWzMnxWgF-1" style="text;html=1;whiteSpace=wrap;strokeColor=none;fillColor=none;align=center;verticalAlign=middle;rounded=0;" value="没有都跑完" vertex="1">
          <mxGeometry height="30" width="65.5" x="1240" y="380" as="geometry" />
        </mxCell>
        <mxCell id="0YfRxUv1tj9zWzMnxWgF-62" parent="0YfRxUv1tj9zWzMnxWgF-1" style="strokeWidth=2;html=1;shape=mxgraph.flowchart.terminator;whiteSpace=wrap;" value="结束" vertex="1">
          <mxGeometry height="60" width="100" x="1331" y="719" as="geometry" />
        </mxCell>
        <mxCell id="0YfRxUv1tj9zWzMnxWgF-63" parent="0YfRxUv1tj9zWzMnxWgF-1" style="text;html=1;whiteSpace=wrap;strokeColor=none;fillColor=none;align=center;verticalAlign=middle;rounded=0;" value="都跑完了" vertex="1">
          <mxGeometry height="30" width="60" x="1322" y="436" as="geometry" />
        </mxCell>
        <mxCell id="0YfRxUv1tj9zWzMnxWgF-64" edge="1" parent="0YfRxUv1tj9zWzMnxWgF-1" source="0YfRxUv1tj9zWzMnxWgF-65" style="edgeStyle=orthogonalEdgeStyle;rounded=0;orthogonalLoop=1;jettySize=auto;html=1;" target="0YfRxUv1tj9zWzMnxWgF-67" value="">
          <mxGeometry relative="1" as="geometry" />
        </mxCell>
        <mxCell id="0YfRxUv1tj9zWzMnxWgF-65" parent="0YfRxUv1tj9zWzMnxWgF-1" style="rhombus;whiteSpace=wrap;html=1;" value="&lt;div&gt;learning files names&lt;/div&gt;&lt;div&gt;含End关键字?&lt;/div&gt;" vertex="1">
          <mxGeometry height="80" width="151" x="1305.5" y="479" as="geometry" />
        </mxCell>
        <mxCell id="0YfRxUv1tj9zWzMnxWgF-66" edge="1" parent="0YfRxUv1tj9zWzMnxWgF-1" source="0YfRxUv1tj9zWzMnxWgF-67" style="edgeStyle=orthogonalEdgeStyle;rounded=0;orthogonalLoop=1;jettySize=auto;html=1;" target="0YfRxUv1tj9zWzMnxWgF-62" value="">
          <mxGeometry relative="1" as="geometry" />
        </mxCell>
        <mxCell id="0YfRxUv1tj9zWzMnxWgF-67" parent="0YfRxUv1tj9zWzMnxWgF-1" style="rounded=1;whiteSpace=wrap;html=1;fillColor=#d5e8d4;strokeColor=#82b366;" value="跑end learning档" vertex="1">
          <mxGeometry height="60" width="120" x="1321.5" y="609" as="geometry" />
        </mxCell>
        <mxCell id="0YfRxUv1tj9zWzMnxWgF-68" parent="0YfRxUv1tj9zWzMnxWgF-1" style="text;html=1;whiteSpace=wrap;strokeColor=none;fillColor=none;align=center;verticalAlign=middle;rounded=0;" value="含" vertex="1">
          <mxGeometry height="30" width="60" x="1331.5" y="569" as="geometry" />
        </mxCell>
        <mxCell id="0YfRxUv1tj9zWzMnxWgF-69" edge="1" parent="0YfRxUv1tj9zWzMnxWgF-1" source="0YfRxUv1tj9zWzMnxWgF-65" style="edgeStyle=orthogonalEdgeStyle;rounded=0;orthogonalLoop=1;jettySize=auto;html=1;entryX=1;entryY=0.5;entryDx=0;entryDy=0;entryPerimeter=0;" target="0YfRxUv1tj9zWzMnxWgF-62">
          <mxGeometry relative="1" as="geometry">
            <Array as="points">
              <mxPoint x="1511.5" y="519" />
              <mxPoint x="1511.5" y="749" />
            </Array>
          </mxGeometry>
        </mxCell>
        <mxCell id="0YfRxUv1tj9zWzMnxWgF-70" parent="0YfRxUv1tj9zWzMnxWgF-1" style="text;html=1;whiteSpace=wrap;strokeColor=none;fillColor=none;align=center;verticalAlign=middle;rounded=0;" value="不含" vertex="1">
          <mxGeometry height="30" width="60" x="1446.5" y="489" as="geometry" />
        </mxCell>
        <mxCell id="0YfRxUv1tj9zWzMnxWgF-71" edge="1" parent="0YfRxUv1tj9zWzMnxWgF-1" source="0YfRxUv1tj9zWzMnxWgF-72" style="edgeStyle=orthogonalEdgeStyle;rounded=0;orthogonalLoop=1;jettySize=auto;html=1;" target="0YfRxUv1tj9zWzMnxWgF-76" value="">
          <mxGeometry relative="1" as="geometry" />
        </mxCell>
        <mxCell id="0YfRxUv1tj9zWzMnxWgF-72" parent="0YfRxUv1tj9zWzMnxWgF-1" style="strokeWidth=2;html=1;shape=mxgraph.flowchart.start_1;whiteSpace=wrap;" value="接入电池" vertex="1">
          <mxGeometry height="60" width="100" x="1890" y="51" as="geometry" />
        </mxCell>
        <mxCell id="0YfRxUv1tj9zWzMnxWgF-73" parent="0YfRxUv1tj9zWzMnxWgF-1" style="text;html=1;whiteSpace=wrap;strokeColor=none;fillColor=none;align=center;verticalAlign=middle;rounded=0;fontStyle=1;strokeWidth=3;labelBackgroundColor=light-dark(#400040, #ededed);fontColor=light-dark(#ffffff, #ededed);fontSize=22;" value="读电池内码流程" vertex="1">
          <mxGeometry height="30" width="30" x="1753" y="99" as="geometry" />
        </mxCell>
        <mxCell id="0YfRxUv1tj9zWzMnxWgF-74" parent="0YfRxUv1tj9zWzMnxWgF-1" style="text;html=1;whiteSpace=wrap;strokeColor=#d79b00;fillColor=#ffe6cc;align=left;verticalAlign=top;rounded=0;fontSize=14;labelBackgroundColor=none;" value="&lt;div&gt;&lt;b&gt;[ 0x21命令 ]&lt;/b&gt;&lt;/div&gt;&lt;div&gt;Volchok&lt;span style=&quot;white-space: pre;&quot;&gt;&#x9;&lt;/span&gt;&lt;span style=&quot;white-space: pre;&quot;&gt;&#x9;&lt;/span&gt;block 0x91&lt;span style=&quot;white-space: pre;&quot;&gt;&#x9;&lt;/span&gt;Volchok&lt;/div&gt;&lt;div&gt;Veridian&lt;span style=&quot;white-space: pre;&quot;&gt;&lt;span style=&quot;white-space: pre;&quot;&gt;&#x9;&lt;/span&gt;&lt;span style=&quot;white-space: pre;&quot;&gt;&#x9;&lt;/span&gt;block 0x91&#x9;Veridian&lt;/span&gt;&lt;/div&gt;&lt;div&gt;BQ40Z651&lt;span style=&quot;white-space: pre;&quot;&gt;&#x9;block 0x76&lt;/span&gt;&lt;span style=&quot;white-space: pre;&quot;&gt;&#x9;????&lt;span style=&quot;white-space: pre;&quot;&gt;&#x9;&lt;/span&gt;&lt;span style=&quot;white-space: pre;&quot;&gt;&#x9;&lt;/span&gt;锁码能不能读?&lt;/span&gt;&lt;/div&gt;&lt;div&gt;&lt;span style=&quot;white-space: pre;&quot;&gt;BQ20Z451&lt;span style=&quot;white-space: pre;&quot;&gt;&#x9;&lt;/span&gt;block 0x76&lt;span style=&quot;white-space: pre;&quot;&gt;&#x9;???&lt;span style=&quot;white-space: pre;&quot;&gt;&#x9;&lt;/span&gt;&lt;span style=&quot;white-space: pre;&quot;&gt;&#x9;&lt;/span&gt;&lt;span style=&quot;white-space: pre;&quot;&gt;&#x9;&lt;/span&gt;锁码能不能读?&lt;/span&gt;&lt;/span&gt;&lt;/div&gt;&lt;div&gt;&lt;br&gt;&lt;/div&gt;&lt;div&gt;&lt;b&gt;[ 00 -&amp;gt; 0x0001 ]&lt;/b&gt;&lt;/div&gt;&lt;div&gt;bq27546&lt;span style=&quot;white-space: pre;&quot;&gt;&#x9;&lt;/span&gt;&lt;span style=&quot;white-space: pre;&quot;&gt;&#x9;Block B&lt;span style=&quot;white-space: pre;&quot;&gt;&#x9;&lt;/span&gt;&lt;span style=&quot;white-space: pre;&quot;&gt;&#x9;&lt;/span&gt;0x0546&lt;span style=&quot;white-space: pre;&quot;&gt;&#x9;&lt;/span&gt;&lt;span style=&quot;white-space: pre;&quot;&gt;&#x9;&lt;/span&gt;锁码可以读device name&lt;/span&gt;&lt;/div&gt;&lt;div&gt;&lt;br&gt;&lt;/div&gt;" vertex="1">
          <mxGeometry height="174.5" width="470" x="2260" y="59" as="geometry" />
        </mxCell>
        <mxCell id="0YfRxUv1tj9zWzMnxWgF-75" edge="1" parent="0YfRxUv1tj9zWzMnxWgF-1" source="0YfRxUv1tj9zWzMnxWgF-76" style="edgeStyle=orthogonalEdgeStyle;rounded=0;orthogonalLoop=1;jettySize=auto;html=1;" target="0YfRxUv1tj9zWzMnxWgF-79" value="">
          <mxGeometry relative="1" as="geometry" />
        </mxCell>
        <mxCell id="0YfRxUv1tj9zWzMnxWgF-76" parent="0YfRxUv1tj9zWzMnxWgF-1" style="rounded=1;whiteSpace=wrap;html=1;" value="读Block 0x21" vertex="1">
          <mxGeometry height="60" width="120" x="1880" y="166" as="geometry" />
        </mxCell>
        <mxCell id="0YfRxUv1tj9zWzMnxWgF-77" edge="1" parent="0YfRxUv1tj9zWzMnxWgF-1" source="0YfRxUv1tj9zWzMnxWgF-79" style="edgeStyle=orthogonalEdgeStyle;rounded=0;orthogonalLoop=1;jettySize=auto;html=1;" target="0YfRxUv1tj9zWzMnxWgF-84" value="">
          <mxGeometry relative="1" as="geometry" />
        </mxCell>
        <mxCell id="0YfRxUv1tj9zWzMnxWgF-78" edge="1" parent="0YfRxUv1tj9zWzMnxWgF-1" source="0YfRxUv1tj9zWzMnxWgF-79" style="edgeStyle=orthogonalEdgeStyle;rounded=0;orthogonalLoop=1;jettySize=auto;html=1;entryX=0.5;entryY=0;entryDx=0;entryDy=0;" target="0YfRxUv1tj9zWzMnxWgF-80">
          <mxGeometry relative="1" as="geometry">
            <Array as="points">
              <mxPoint x="1820" y="321" />
            </Array>
          </mxGeometry>
        </mxCell>
        <mxCell id="0YfRxUv1tj9zWzMnxWgF-79" parent="0YfRxUv1tj9zWzMnxWgF-1" style="rhombus;whiteSpace=wrap;html=1;" value="&lt;div&gt;返回&quot;Volchok&quot;&lt;/div&gt;&lt;div&gt;或&quot;Veridian&quot;?&lt;/div&gt;" vertex="1">
          <mxGeometry height="80" width="120" x="1880" y="281" as="geometry" />
        </mxCell>
        <mxCell id="0YfRxUv1tj9zWzMnxWgF-80" parent="0YfRxUv1tj9zWzMnxWgF-1" style="rounded=1;whiteSpace=wrap;html=1;" value="读block 0x91" vertex="1">
          <mxGeometry height="60" width="120" x="1760" y="390" as="geometry" />
        </mxCell>
        <mxCell id="0YfRxUv1tj9zWzMnxWgF-81" parent="0YfRxUv1tj9zWzMnxWgF-1" style="text;html=1;whiteSpace=wrap;strokeColor=none;fillColor=none;align=center;verticalAlign=middle;rounded=0;" value="是" vertex="1">
          <mxGeometry height="30" width="60" x="1820" y="290" as="geometry" />
        </mxCell>
        <mxCell id="0YfRxUv1tj9zWzMnxWgF-82" edge="1" parent="0YfRxUv1tj9zWzMnxWgF-1" source="0YfRxUv1tj9zWzMnxWgF-84" style="edgeStyle=orthogonalEdgeStyle;rounded=0;orthogonalLoop=1;jettySize=auto;html=1;" target="0YfRxUv1tj9zWzMnxWgF-85" value="">
          <mxGeometry relative="1" as="geometry" />
        </mxCell>
        <mxCell id="0YfRxUv1tj9zWzMnxWgF-83" edge="1" parent="0YfRxUv1tj9zWzMnxWgF-1" source="0YfRxUv1tj9zWzMnxWgF-84" style="edgeStyle=orthogonalEdgeStyle;rounded=0;orthogonalLoop=1;jettySize=auto;html=1;" target="0YfRxUv1tj9zWzMnxWgF-87" value="">
          <mxGeometry relative="1" as="geometry" />
        </mxCell>
        <mxCell id="0YfRxUv1tj9zWzMnxWgF-84" parent="0YfRxUv1tj9zWzMnxWgF-1" style="rhombus;whiteSpace=wrap;html=1;" value="&lt;div&gt;返回&quot;bq40z651&quot;&lt;/div&gt;&lt;div&gt;或&quot;bq20z451&quot;&lt;/div&gt;" vertex="1">
          <mxGeometry height="80" width="130" x="2005" y="370" as="geometry" />
        </mxCell>
        <mxCell id="0YfRxUv1tj9zWzMnxWgF-85" parent="0YfRxUv1tj9zWzMnxWgF-1" style="whiteSpace=wrap;html=1;" value="读取block 0x76" vertex="1">
          <mxGeometry height="60" width="120" x="1880" y="497" as="geometry" />
        </mxCell>
        <mxCell id="0YfRxUv1tj9zWzMnxWgF-86" parent="0YfRxUv1tj9zWzMnxWgF-1" style="text;html=1;whiteSpace=wrap;strokeColor=none;fillColor=none;align=center;verticalAlign=middle;rounded=0;" value="是" vertex="1">
          <mxGeometry height="30" width="60" x="1950" y="382" as="geometry" />
        </mxCell>
        <mxCell id="0YfRxUv1tj9zWzMnxWgF-87" parent="0YfRxUv1tj9zWzMnxWgF-1" style="whiteSpace=wrap;html=1;" value="读Block B" vertex="1">
          <mxGeometry height="60" width="120" x="2140" y="495" as="geometry" />
        </mxCell>
        <mxCell id="0YfRxUv1tj9zWzMnxWgF-88" parent="0YfRxUv1tj9zWzMnxWgF-1" style="text;html=1;whiteSpace=wrap;strokeColor=none;fillColor=none;align=center;verticalAlign=middle;rounded=0;" value="否" vertex="1">
          <mxGeometry height="30" width="60" x="2005" y="290" as="geometry" />
        </mxCell>
        <mxCell id="0YfRxUv1tj9zWzMnxWgF-89" parent="0YfRxUv1tj9zWzMnxWgF-1" style="text;html=1;whiteSpace=wrap;strokeColor=none;fillColor=none;align=center;verticalAlign=middle;rounded=0;" value="否" vertex="1">
          <mxGeometry height="30" width="60" x="2130" y="380" as="geometry" />
        </mxCell>
        <mxCell id="0YfRxUv1tj9zWzMnxWgF-90" parent="0YfRxUv1tj9zWzMnxWgF-1" style="text;html=1;whiteSpace=wrap;strokeColor=none;fillColor=none;align=center;verticalAlign=middle;rounded=0;fontStyle=1;fontSize=22;fontColor=light-dark(#ffffff, #ededed);strokeWidth=3;labelBackgroundColor=#000000;" value="主流程" vertex="1">
          <mxGeometry height="30" width="30" x="20" y="40" as="geometry" />
        </mxCell>
        <mxCell id="0YfRxUv1tj9zWzMnxWgF-91" parent="0YfRxUv1tj9zWzMnxWgF-1" style="strokeWidth=2;html=1;shape=mxgraph.flowchart.terminator;whiteSpace=wrap;" value="提示OP量厚度" vertex="1">
          <mxGeometry height="60" width="100" x="430" y="470" as="geometry" />
        </mxCell>
      </root>
    </mxGraphModel>
  </diagram>
</mxfile>
